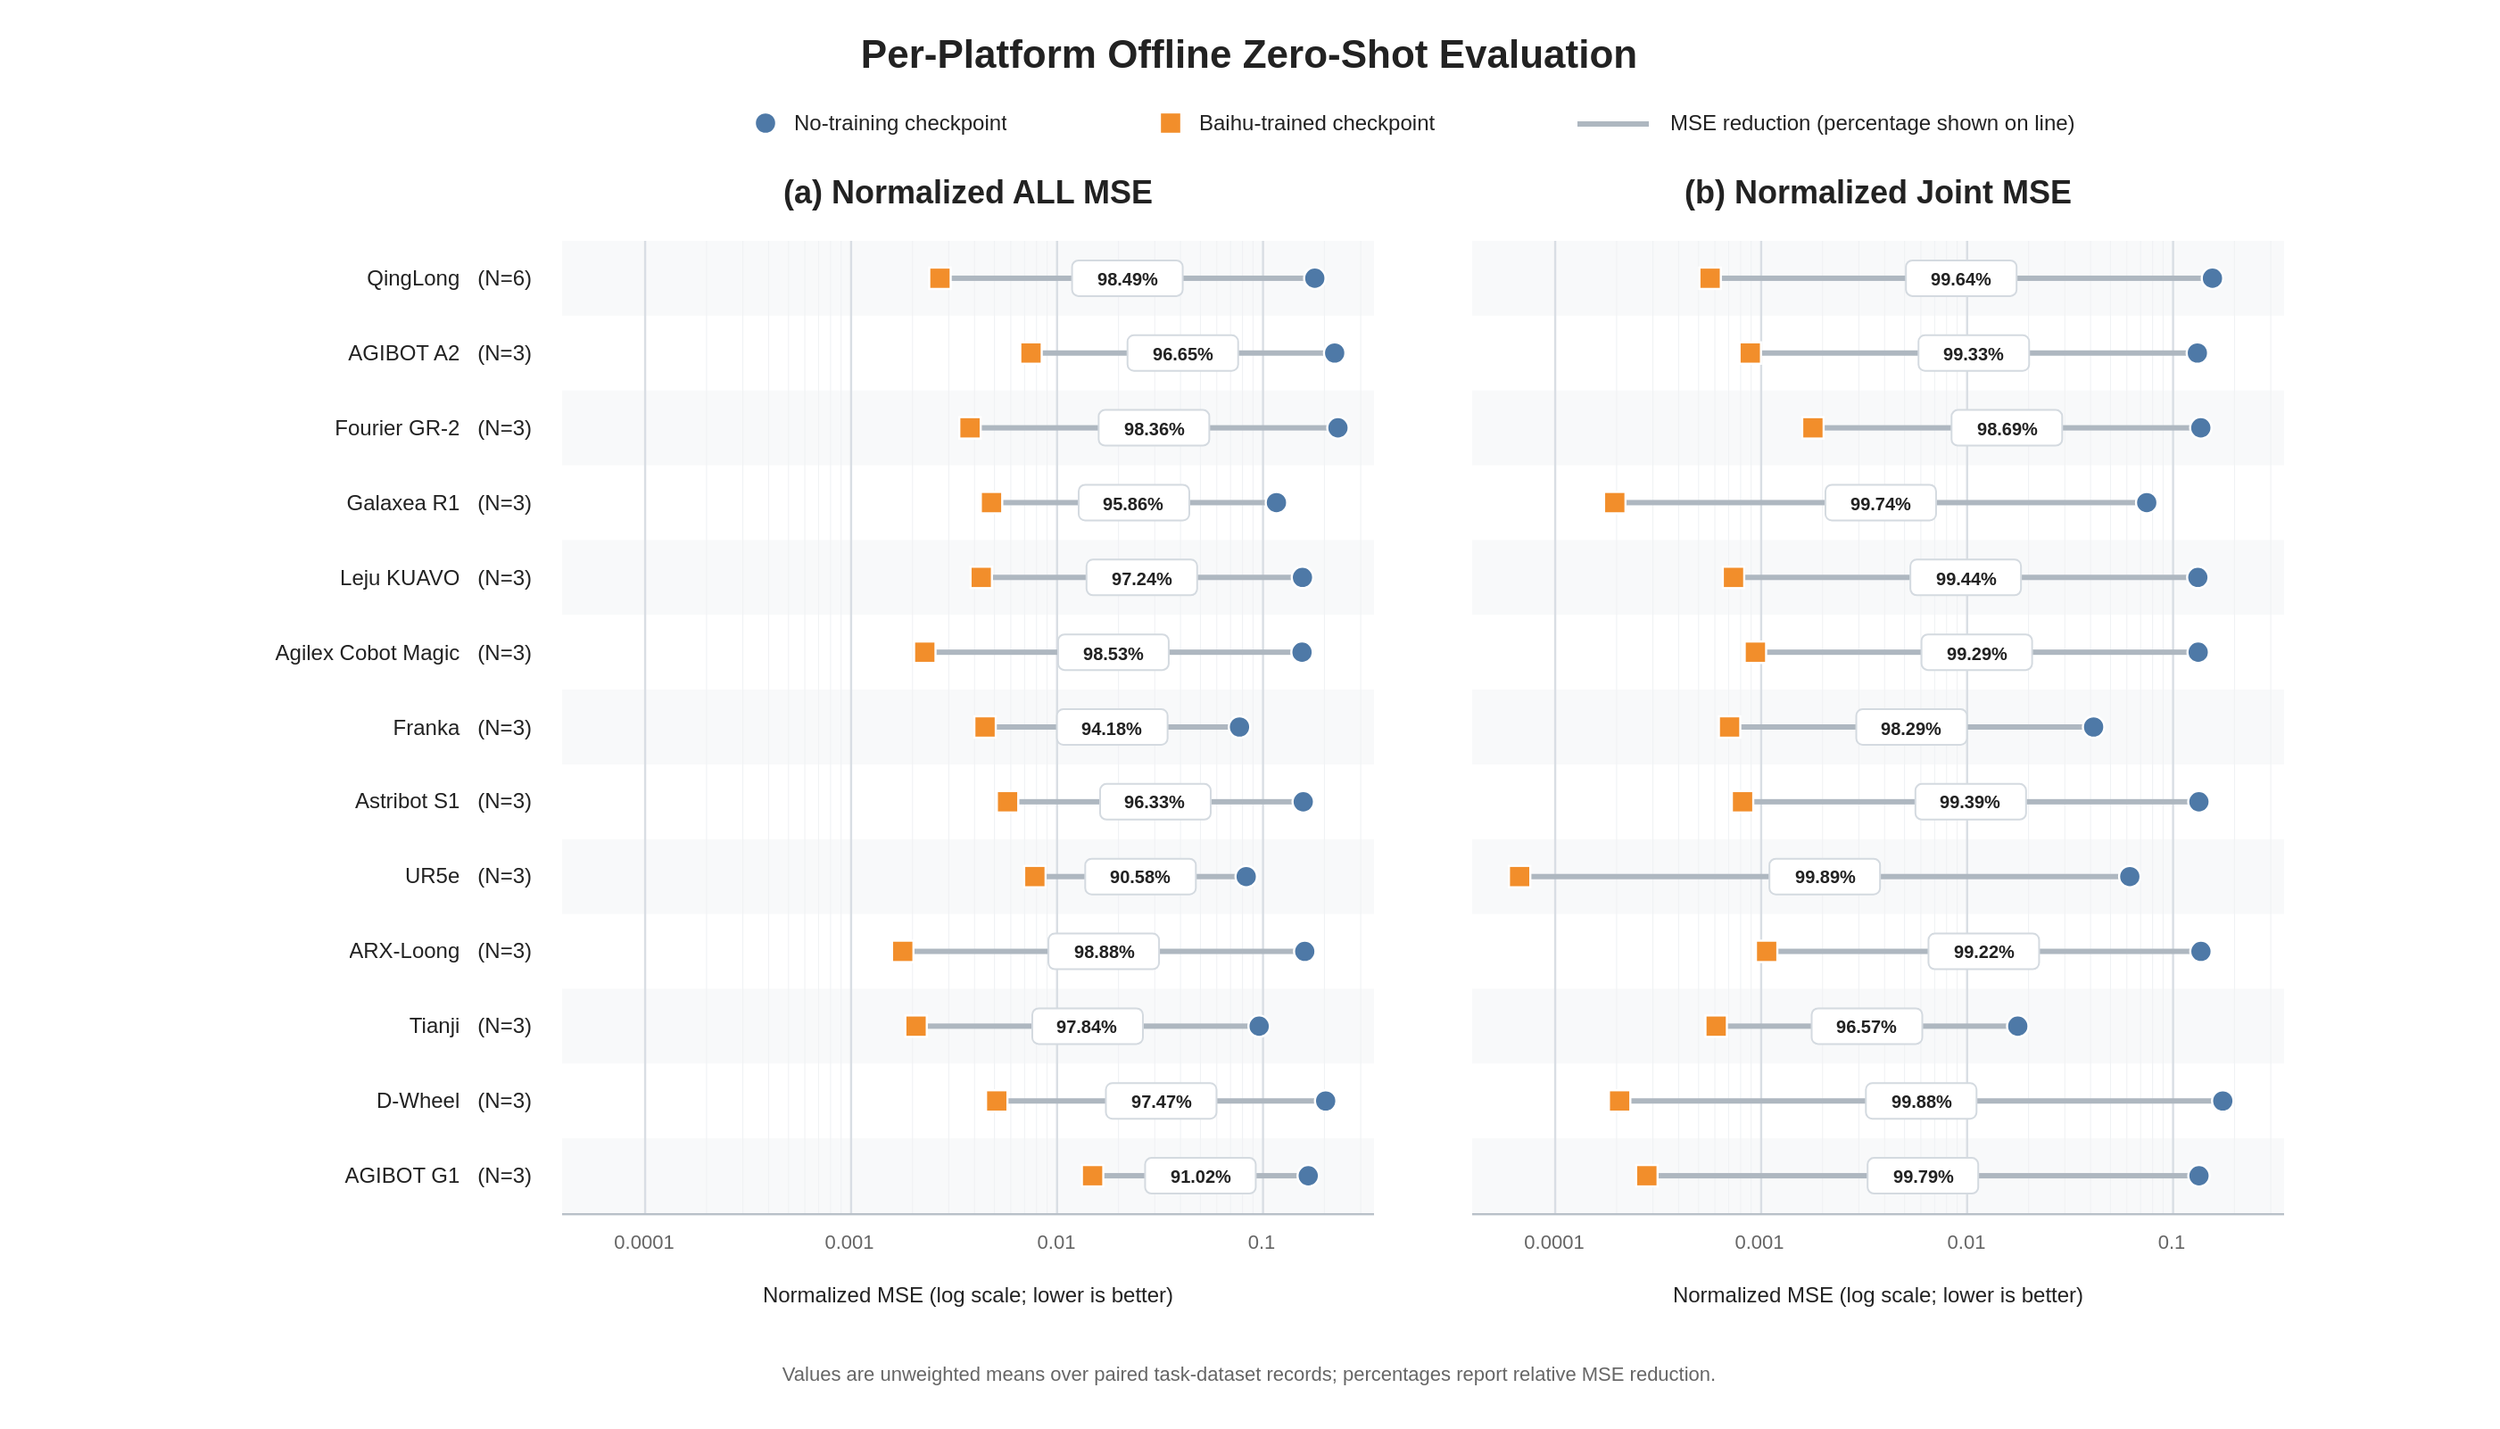
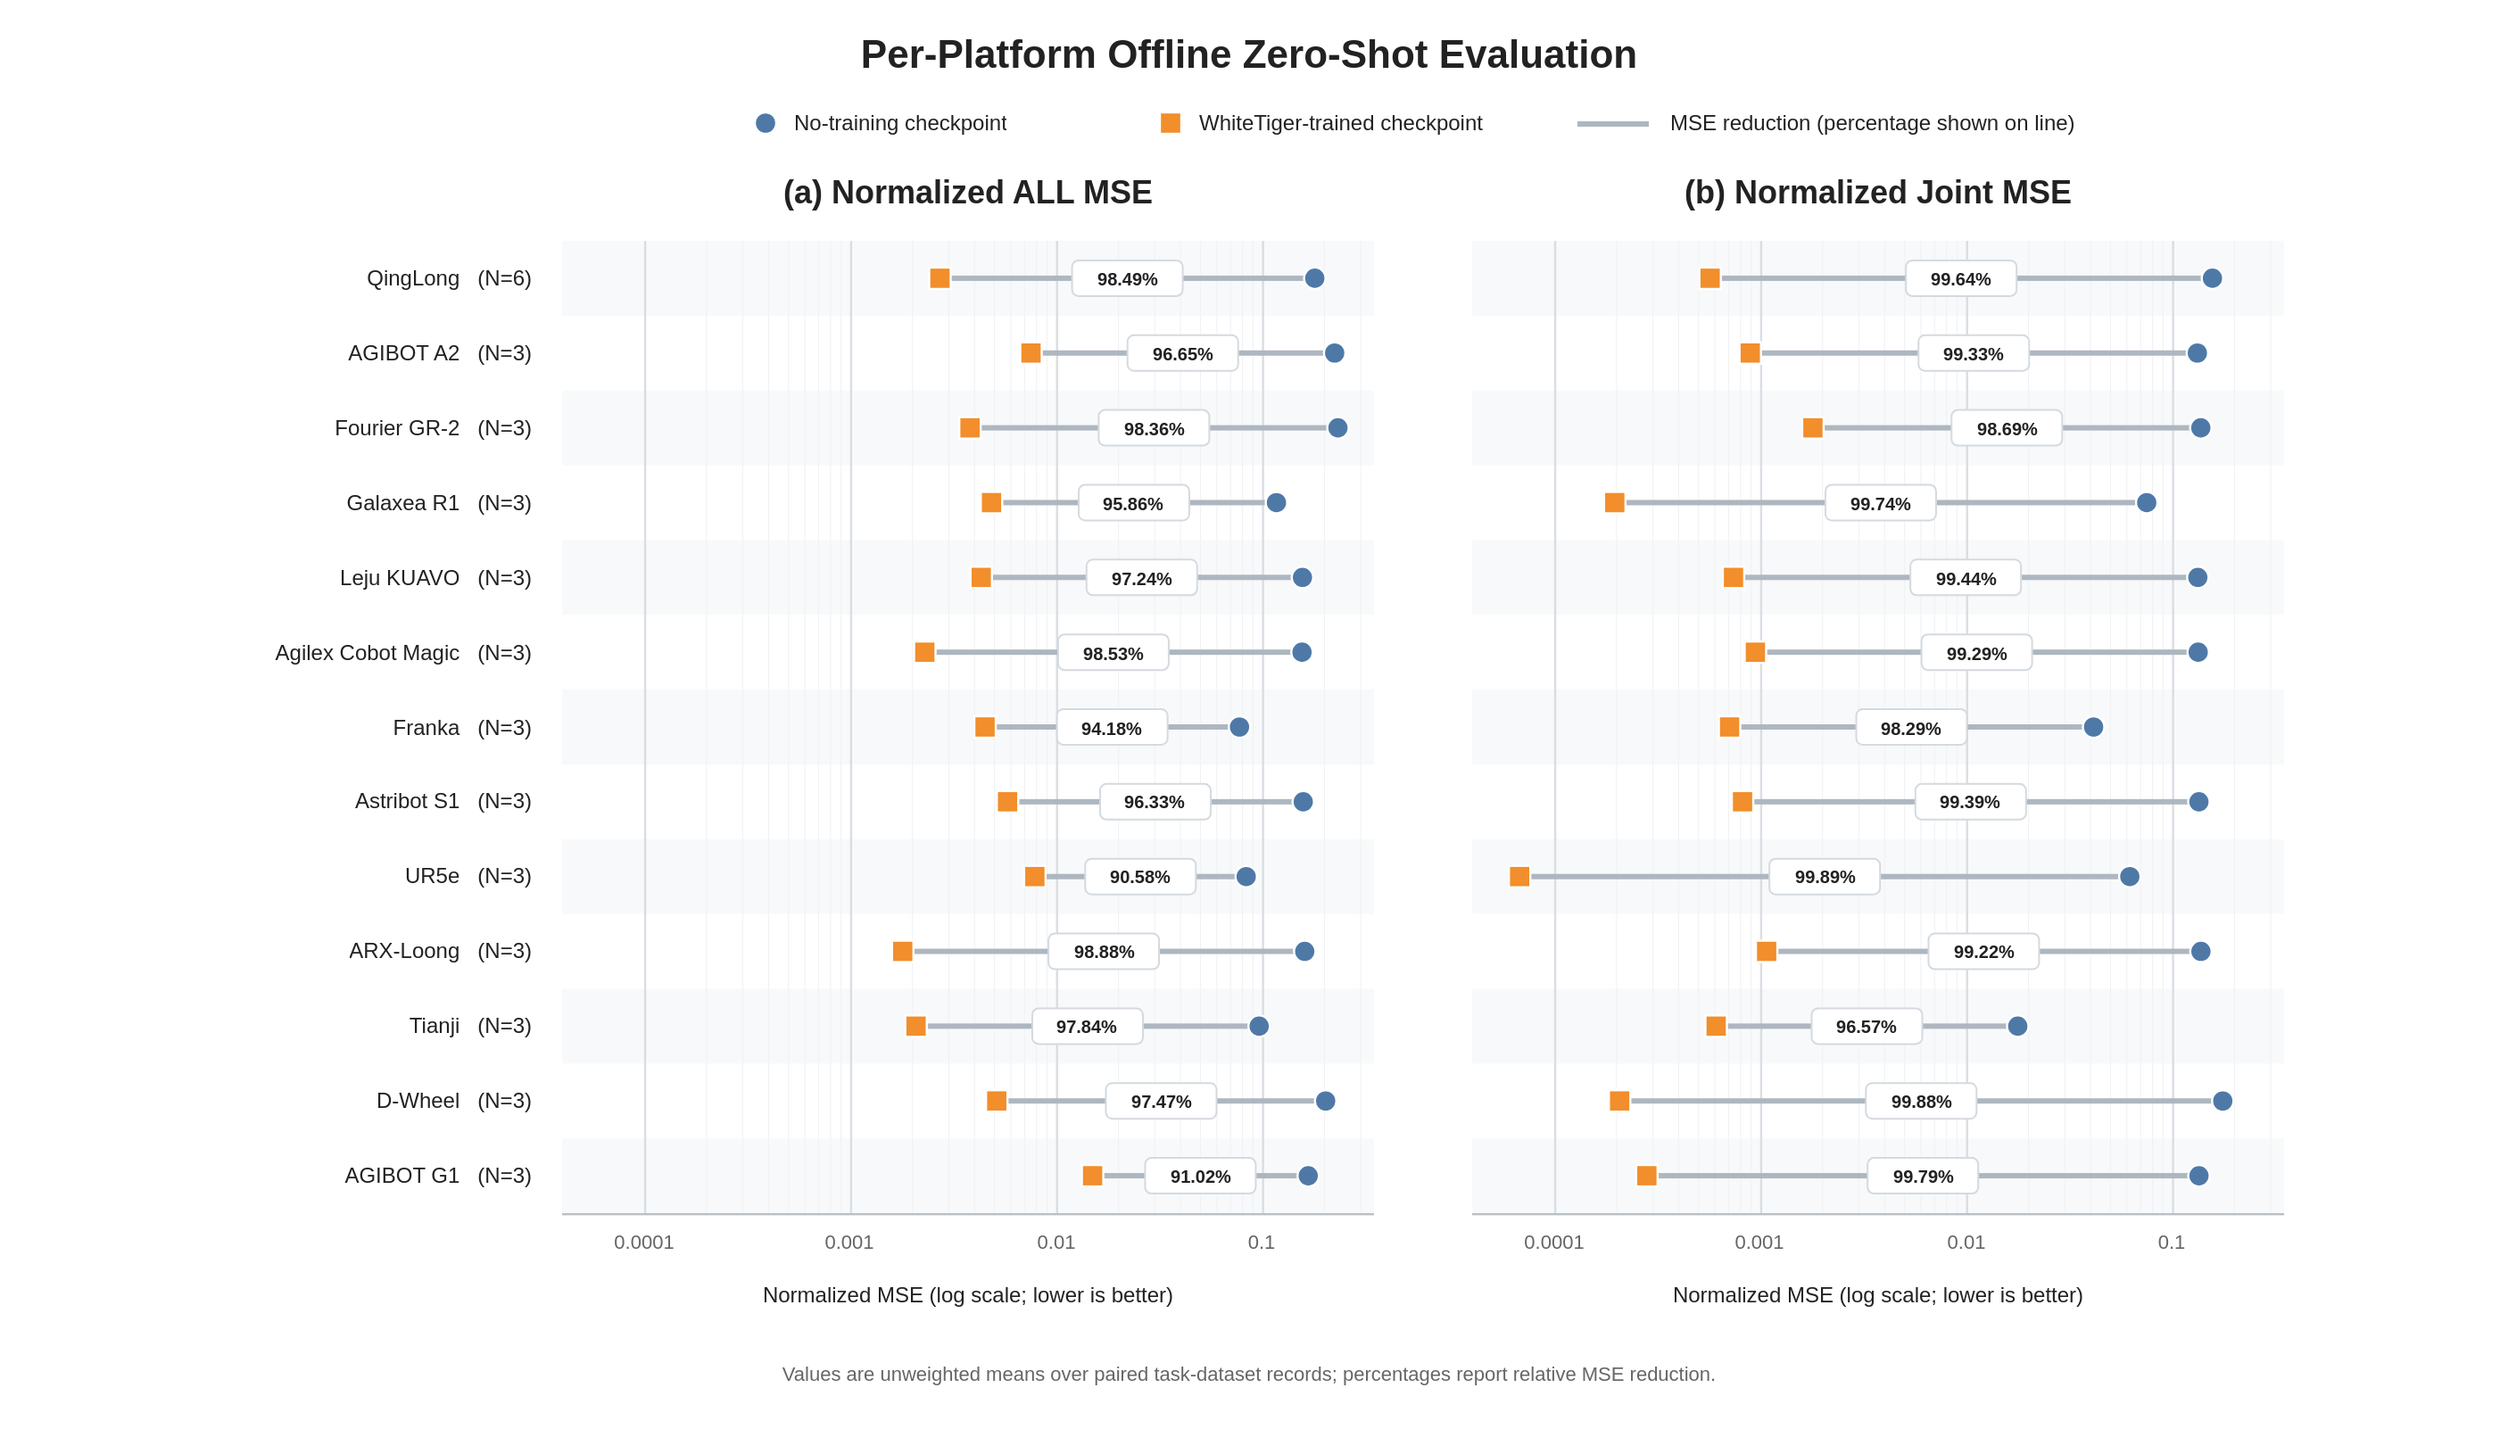
<?xml version='1.0' encoding='utf-8'?>
<mxfile host="app.diagrams.net" modified="2026-06-11T02:05:52+00:00" agent="Codex" version="24.7.17" type="device">
-   <diagram id="baihu-zero-shot-dumbbell" name="Page-1">
+   <diagram id="WhiteTiger-zero-shot-dumbbell" name="Page-1">
    <mxGraphModel dx="1400" dy="800" grid="1" gridSize="10" guides="1" tooltips="1" connect="1" arrows="1" fold="1" page="1" pageScale="1" pageWidth="1400" pageHeight="800" math="0" shadow="0">
      <root>
        <mxCell id="0" />
        <mxCell id="1" parent="0" />
        <mxCell id="2" value="" style="rounded=0;whiteSpace=wrap;html=1;fillColor=#FFFFFF;strokeColor=none;" vertex="1" parent="1">
          <mxGeometry x="0.00" y="0.00" width="1400.00" height="800.00" as="geometry" />
        </mxCell>
        <mxCell id="3" value="Per-Platform Offline Zero-Shot Evaluation" style="text;html=1;whiteSpace=wrap;overflow=hidden;align=center;verticalAlign=middle;fontSize=22;fontColor=#222222;fontFamily=Helvetica;fontStyle=1;strokeColor=none;fillColor=none;spacingLeft=0;spacingRight=0;" vertex="1" parent="1">
          <mxGeometry x="250.00" y="10.00" width="900.00" height="42.00" as="geometry" />
        </mxCell>
        <mxCell id="4" value="" style="ellipse;whiteSpace=wrap;html=1;fillColor=#4E79A7;strokeColor=#FFFFFF;strokeWidth=1.2;" vertex="1" parent="1">
          <mxGeometry x="423.00" y="63.00" width="12.00" height="12.00" as="geometry" />
        </mxCell>
        <mxCell id="5" value="No-training checkpoint" style="text;html=1;whiteSpace=wrap;overflow=hidden;align=left;verticalAlign=middle;fontSize=12;fontColor=#222222;fontFamily=Helvetica;fontStyle=0;strokeColor=none;fillColor=none;spacingLeft=0;spacingRight=0;" vertex="1" parent="1">
          <mxGeometry x="443.00" y="58.00" width="180.00" height="22.00" as="geometry" />
        </mxCell>
        <mxCell id="6" value="" style="rounded=0;whiteSpace=wrap;html=1;fillColor=#F28E2B;strokeColor=#FFFFFF;strokeWidth=1.2;" vertex="1" parent="1">
          <mxGeometry x="650.00" y="63.00" width="12.00" height="12.00" as="geometry" />
        </mxCell>
-         <mxCell id="7" value="Baihu-trained checkpoint" style="text;html=1;whiteSpace=wrap;overflow=hidden;align=left;verticalAlign=middle;fontSize=12;fontColor=#222222;fontFamily=Helvetica;fontStyle=0;strokeColor=none;fillColor=none;spacingLeft=0;spacingRight=0;" vertex="1" parent="1">
+         <mxCell id="7" value="WhiteTiger-trained checkpoint" style="text;html=1;whiteSpace=wrap;overflow=hidden;align=left;verticalAlign=middle;fontSize=12;fontColor=#222222;fontFamily=Helvetica;fontStyle=0;strokeColor=none;fillColor=none;spacingLeft=0;spacingRight=0;" vertex="1" parent="1">
          <mxGeometry x="670.00" y="58.00" width="190.00" height="22.00" as="geometry" />
        </mxCell>
        <mxCell id="8" value="" style="rounded=0;whiteSpace=wrap;html=1;fillColor=#AEB7C0;strokeColor=none;" vertex="1" parent="1">
          <mxGeometry x="884.00" y="68.00" width="40.00" height="3.00" as="geometry" />
        </mxCell>
        <mxCell id="9" value="MSE reduction (percentage shown on line)" style="text;html=1;whiteSpace=wrap;overflow=hidden;align=left;verticalAlign=middle;fontSize=12;fontColor=#222222;fontFamily=Helvetica;fontStyle=0;strokeColor=none;fillColor=none;spacingLeft=0;spacingRight=0;" vertex="1" parent="1">
          <mxGeometry x="934.00" y="58.00" width="310.00" height="22.00" as="geometry" />
        </mxCell>
        <mxCell id="10" value="" style="rounded=0;whiteSpace=wrap;html=1;fillColor=#F8F9FA;strokeColor=none;" vertex="1" parent="1">
          <mxGeometry x="315.00" y="135.00" width="455.00" height="41.92" as="geometry" />
        </mxCell>
        <mxCell id="11" value="" style="rounded=0;whiteSpace=wrap;html=1;fillColor=#F8F9FA;strokeColor=none;" vertex="1" parent="1">
          <mxGeometry x="315.00" y="218.85" width="455.00" height="41.92" as="geometry" />
        </mxCell>
        <mxCell id="12" value="" style="rounded=0;whiteSpace=wrap;html=1;fillColor=#F8F9FA;strokeColor=none;" vertex="1" parent="1">
          <mxGeometry x="315.00" y="302.69" width="455.00" height="41.92" as="geometry" />
        </mxCell>
        <mxCell id="13" value="" style="rounded=0;whiteSpace=wrap;html=1;fillColor=#F8F9FA;strokeColor=none;" vertex="1" parent="1">
          <mxGeometry x="315.00" y="386.54" width="455.00" height="41.92" as="geometry" />
        </mxCell>
        <mxCell id="14" value="" style="rounded=0;whiteSpace=wrap;html=1;fillColor=#F8F9FA;strokeColor=none;" vertex="1" parent="1">
          <mxGeometry x="315.00" y="470.38" width="455.00" height="41.92" as="geometry" />
        </mxCell>
        <mxCell id="15" value="" style="rounded=0;whiteSpace=wrap;html=1;fillColor=#F8F9FA;strokeColor=none;" vertex="1" parent="1">
          <mxGeometry x="315.00" y="554.23" width="455.00" height="41.92" as="geometry" />
        </mxCell>
        <mxCell id="16" value="" style="rounded=0;whiteSpace=wrap;html=1;fillColor=#F8F9FA;strokeColor=none;" vertex="1" parent="1">
          <mxGeometry x="315.00" y="638.08" width="455.00" height="41.92" as="geometry" />
        </mxCell>
        <mxCell id="17" value="" style="rounded=0;whiteSpace=wrap;html=1;fillColor=#D9DEE4;strokeColor=none;" vertex="1" parent="1">
          <mxGeometry x="360.93" y="135.00" width="1.20" height="545.00" as="geometry" />
        </mxCell>
        <mxCell id="18" value="" style="rounded=0;whiteSpace=wrap;html=1;fillColor=#F0F2F4;strokeColor=none;" vertex="1" parent="1">
          <mxGeometry x="395.68" y="135.00" width="0.55" height="545.00" as="geometry" />
        </mxCell>
        <mxCell id="19" value="" style="rounded=0;whiteSpace=wrap;html=1;fillColor=#F0F2F4;strokeColor=none;" vertex="1" parent="1">
          <mxGeometry x="416.00" y="135.00" width="0.55" height="545.00" as="geometry" />
        </mxCell>
        <mxCell id="20" value="" style="rounded=0;whiteSpace=wrap;html=1;fillColor=#F0F2F4;strokeColor=none;" vertex="1" parent="1">
          <mxGeometry x="430.42" y="135.00" width="0.55" height="545.00" as="geometry" />
        </mxCell>
        <mxCell id="21" value="" style="rounded=0;whiteSpace=wrap;html=1;fillColor=#F0F2F4;strokeColor=none;" vertex="1" parent="1">
          <mxGeometry x="441.61" y="135.00" width="0.55" height="545.00" as="geometry" />
        </mxCell>
        <mxCell id="22" value="" style="rounded=0;whiteSpace=wrap;html=1;fillColor=#F0F2F4;strokeColor=none;" vertex="1" parent="1">
          <mxGeometry x="450.75" y="135.00" width="0.55" height="545.00" as="geometry" />
        </mxCell>
        <mxCell id="23" value="" style="rounded=0;whiteSpace=wrap;html=1;fillColor=#F0F2F4;strokeColor=none;" vertex="1" parent="1">
          <mxGeometry x="458.48" y="135.00" width="0.55" height="545.00" as="geometry" />
        </mxCell>
        <mxCell id="24" value="" style="rounded=0;whiteSpace=wrap;html=1;fillColor=#F0F2F4;strokeColor=none;" vertex="1" parent="1">
          <mxGeometry x="465.17" y="135.00" width="0.55" height="545.00" as="geometry" />
        </mxCell>
        <mxCell id="25" value="" style="rounded=0;whiteSpace=wrap;html=1;fillColor=#F0F2F4;strokeColor=none;" vertex="1" parent="1">
          <mxGeometry x="471.07" y="135.00" width="0.55" height="545.00" as="geometry" />
        </mxCell>
        <mxCell id="26" value="" style="rounded=0;whiteSpace=wrap;html=1;fillColor=#D9DEE4;strokeColor=none;" vertex="1" parent="1">
          <mxGeometry x="476.35" y="135.00" width="1.20" height="545.00" as="geometry" />
        </mxCell>
        <mxCell id="27" value="" style="rounded=0;whiteSpace=wrap;html=1;fillColor=#F0F2F4;strokeColor=none;" vertex="1" parent="1">
          <mxGeometry x="511.10" y="135.00" width="0.55" height="545.00" as="geometry" />
        </mxCell>
        <mxCell id="28" value="" style="rounded=0;whiteSpace=wrap;html=1;fillColor=#F0F2F4;strokeColor=none;" vertex="1" parent="1">
          <mxGeometry x="531.43" y="135.00" width="0.55" height="545.00" as="geometry" />
        </mxCell>
        <mxCell id="29" value="" style="rounded=0;whiteSpace=wrap;html=1;fillColor=#F0F2F4;strokeColor=none;" vertex="1" parent="1">
          <mxGeometry x="545.85" y="135.00" width="0.55" height="545.00" as="geometry" />
        </mxCell>
        <mxCell id="30" value="" style="rounded=0;whiteSpace=wrap;html=1;fillColor=#F0F2F4;strokeColor=none;" vertex="1" parent="1">
          <mxGeometry x="557.03" y="135.00" width="0.55" height="545.00" as="geometry" />
        </mxCell>
        <mxCell id="31" value="" style="rounded=0;whiteSpace=wrap;html=1;fillColor=#F0F2F4;strokeColor=none;" vertex="1" parent="1">
          <mxGeometry x="566.17" y="135.00" width="0.55" height="545.00" as="geometry" />
        </mxCell>
        <mxCell id="32" value="" style="rounded=0;whiteSpace=wrap;html=1;fillColor=#F0F2F4;strokeColor=none;" vertex="1" parent="1">
          <mxGeometry x="573.90" y="135.00" width="0.55" height="545.00" as="geometry" />
        </mxCell>
        <mxCell id="33" value="" style="rounded=0;whiteSpace=wrap;html=1;fillColor=#F0F2F4;strokeColor=none;" vertex="1" parent="1">
          <mxGeometry x="580.59" y="135.00" width="0.55" height="545.00" as="geometry" />
        </mxCell>
        <mxCell id="34" value="" style="rounded=0;whiteSpace=wrap;html=1;fillColor=#F0F2F4;strokeColor=none;" vertex="1" parent="1">
          <mxGeometry x="586.50" y="135.00" width="0.55" height="545.00" as="geometry" />
        </mxCell>
        <mxCell id="35" value="" style="rounded=0;whiteSpace=wrap;html=1;fillColor=#D9DEE4;strokeColor=none;" vertex="1" parent="1">
          <mxGeometry x="591.78" y="135.00" width="1.20" height="545.00" as="geometry" />
        </mxCell>
        <mxCell id="36" value="" style="rounded=0;whiteSpace=wrap;html=1;fillColor=#F0F2F4;strokeColor=none;" vertex="1" parent="1">
          <mxGeometry x="626.52" y="135.00" width="0.55" height="545.00" as="geometry" />
        </mxCell>
        <mxCell id="37" value="" style="rounded=0;whiteSpace=wrap;html=1;fillColor=#F0F2F4;strokeColor=none;" vertex="1" parent="1">
          <mxGeometry x="646.85" y="135.00" width="0.55" height="545.00" as="geometry" />
        </mxCell>
        <mxCell id="38" value="" style="rounded=0;whiteSpace=wrap;html=1;fillColor=#F0F2F4;strokeColor=none;" vertex="1" parent="1">
          <mxGeometry x="661.27" y="135.00" width="0.55" height="545.00" as="geometry" />
        </mxCell>
        <mxCell id="39" value="" style="rounded=0;whiteSpace=wrap;html=1;fillColor=#F0F2F4;strokeColor=none;" vertex="1" parent="1">
          <mxGeometry x="672.46" y="135.00" width="0.55" height="545.00" as="geometry" />
        </mxCell>
        <mxCell id="40" value="" style="rounded=0;whiteSpace=wrap;html=1;fillColor=#F0F2F4;strokeColor=none;" vertex="1" parent="1">
          <mxGeometry x="681.60" y="135.00" width="0.55" height="545.00" as="geometry" />
        </mxCell>
        <mxCell id="41" value="" style="rounded=0;whiteSpace=wrap;html=1;fillColor=#F0F2F4;strokeColor=none;" vertex="1" parent="1">
          <mxGeometry x="689.32" y="135.00" width="0.55" height="545.00" as="geometry" />
        </mxCell>
        <mxCell id="42" value="" style="rounded=0;whiteSpace=wrap;html=1;fillColor=#F0F2F4;strokeColor=none;" vertex="1" parent="1">
          <mxGeometry x="696.02" y="135.00" width="0.55" height="545.00" as="geometry" />
        </mxCell>
        <mxCell id="43" value="" style="rounded=0;whiteSpace=wrap;html=1;fillColor=#F0F2F4;strokeColor=none;" vertex="1" parent="1">
          <mxGeometry x="701.92" y="135.00" width="0.55" height="545.00" as="geometry" />
        </mxCell>
        <mxCell id="44" value="" style="rounded=0;whiteSpace=wrap;html=1;fillColor=#D9DEE4;strokeColor=none;" vertex="1" parent="1">
          <mxGeometry x="707.20" y="135.00" width="1.20" height="545.00" as="geometry" />
        </mxCell>
        <mxCell id="45" value="" style="rounded=0;whiteSpace=wrap;html=1;fillColor=#F0F2F4;strokeColor=none;" vertex="1" parent="1">
          <mxGeometry x="741.95" y="135.00" width="0.55" height="545.00" as="geometry" />
        </mxCell>
        <mxCell id="46" value="" style="rounded=0;whiteSpace=wrap;html=1;fillColor=#F0F2F4;strokeColor=none;" vertex="1" parent="1">
          <mxGeometry x="762.27" y="135.00" width="0.55" height="545.00" as="geometry" />
        </mxCell>
        <mxCell id="47" value="" style="rounded=0;whiteSpace=wrap;html=1;fillColor=#B8C0C8;strokeColor=none;" vertex="1" parent="1">
          <mxGeometry x="315.00" y="680.00" width="455.00" height="1.20" as="geometry" />
        </mxCell>
        <mxCell id="48" value="0.0001" style="text;html=1;whiteSpace=wrap;overflow=hidden;align=center;verticalAlign=middle;fontSize=11;fontColor=#666666;fontFamily=Helvetica;fontStyle=0;strokeColor=none;fillColor=none;spacingLeft=0;spacingRight=0;" vertex="1" parent="1">
          <mxGeometry x="329.93" y="685.00" width="62.00" height="22.00" as="geometry" />
        </mxCell>
        <mxCell id="49" value="0.001" style="text;html=1;whiteSpace=wrap;overflow=hidden;align=center;verticalAlign=middle;fontSize=11;fontColor=#666666;fontFamily=Helvetica;fontStyle=0;strokeColor=none;fillColor=none;spacingLeft=0;spacingRight=0;" vertex="1" parent="1">
          <mxGeometry x="445.35" y="685.00" width="62.00" height="22.00" as="geometry" />
        </mxCell>
        <mxCell id="50" value="0.01" style="text;html=1;whiteSpace=wrap;overflow=hidden;align=center;verticalAlign=middle;fontSize=11;fontColor=#666666;fontFamily=Helvetica;fontStyle=0;strokeColor=none;fillColor=none;spacingLeft=0;spacingRight=0;" vertex="1" parent="1">
          <mxGeometry x="560.78" y="685.00" width="62.00" height="22.00" as="geometry" />
        </mxCell>
        <mxCell id="51" value="0.1" style="text;html=1;whiteSpace=wrap;overflow=hidden;align=center;verticalAlign=middle;fontSize=11;fontColor=#666666;fontFamily=Helvetica;fontStyle=0;strokeColor=none;fillColor=none;spacingLeft=0;spacingRight=0;" vertex="1" parent="1">
          <mxGeometry x="676.20" y="685.00" width="62.00" height="22.00" as="geometry" />
        </mxCell>
        <mxCell id="52" value="(a) Normalized ALL MSE" style="text;html=1;whiteSpace=wrap;overflow=hidden;align=center;verticalAlign=middle;fontSize=18;fontColor=#222222;fontFamily=Helvetica;fontStyle=1;strokeColor=none;fillColor=none;spacingLeft=0;spacingRight=0;" vertex="1" parent="1">
          <mxGeometry x="315.00" y="91.00" width="455.00" height="34.00" as="geometry" />
        </mxCell>
        <mxCell id="53" value="" style="rounded=0;whiteSpace=wrap;html=1;fillColor=#AEB7C0;strokeColor=none;" vertex="1" parent="1">
          <mxGeometry x="526.75" y="154.46" width="210.06" height="3.00" as="geometry" />
        </mxCell>
        <mxCell id="54" value="" style="ellipse;whiteSpace=wrap;html=1;fillColor=#4E79A7;strokeColor=#FFFFFF;strokeWidth=1.2;" vertex="1" parent="1" tooltip="No-training checkpoint: 0.180542">
          <mxGeometry x="730.82" y="149.96" width="12.00" height="12.00" as="geometry" />
        </mxCell>
-         <mxCell id="55" value="" style="rounded=0;whiteSpace=wrap;html=1;fillColor=#F28E2B;strokeColor=#FFFFFF;strokeWidth=1.2;" vertex="1" parent="1" tooltip="Baihu-trained checkpoint: 0.002733">
+         <mxCell id="55" value="" style="rounded=0;whiteSpace=wrap;html=1;fillColor=#F28E2B;strokeColor=#FFFFFF;strokeWidth=1.2;" vertex="1" parent="1" tooltip="WhiteTiger-trained checkpoint: 0.002733">
          <mxGeometry x="520.75" y="149.96" width="12.00" height="12.00" as="geometry" />
        </mxCell>
        <mxCell id="56" value="&lt;b&gt;98.49%&lt;/b&gt;" style="rounded=1;arcSize=18;whiteSpace=wrap;html=1;fillColor=#FFFFFF;strokeColor=#D4DAE0;strokeWidth=1;align=center;verticalAlign=middle;fontSize=10;fontColor=#222222;fontFamily=Helvetica;" vertex="1" parent="1" tooltip="Relative MSE reduction: 98.49%">
          <mxGeometry x="600.79" y="145.96" width="62.00" height="20.00" as="geometry" />
        </mxCell>
        <mxCell id="57" value="QingLong&amp;nbsp;&amp;nbsp; (N=6)" style="text;html=1;whiteSpace=wrap;overflow=hidden;align=right;verticalAlign=middle;fontSize=12;fontColor=#222222;fontFamily=Helvetica;fontStyle=0;strokeColor=none;fillColor=none;spacingLeft=0;spacingRight=0;" vertex="1" parent="1">
          <mxGeometry x="24.00" y="142.96" width="276.00" height="26.00" as="geometry" />
        </mxCell>
        <mxCell id="58" value="" style="rounded=0;whiteSpace=wrap;html=1;fillColor=#AEB7C0;strokeColor=none;" vertex="1" parent="1">
          <mxGeometry x="577.77" y="196.38" width="170.18" height="3.00" as="geometry" />
        </mxCell>
        <mxCell id="59" value="" style="ellipse;whiteSpace=wrap;html=1;fillColor=#4E79A7;strokeColor=#FFFFFF;strokeWidth=1.2;" vertex="1" parent="1" tooltip="No-training checkpoint: 0.225461">
          <mxGeometry x="741.95" y="191.88" width="12.00" height="12.00" as="geometry" />
        </mxCell>
-         <mxCell id="60" value="" style="rounded=0;whiteSpace=wrap;html=1;fillColor=#F28E2B;strokeColor=#FFFFFF;strokeWidth=1.2;" vertex="1" parent="1" tooltip="Baihu-trained checkpoint: 0.007562">
+         <mxCell id="60" value="" style="rounded=0;whiteSpace=wrap;html=1;fillColor=#F28E2B;strokeColor=#FFFFFF;strokeWidth=1.2;" vertex="1" parent="1" tooltip="WhiteTiger-trained checkpoint: 0.007562">
          <mxGeometry x="571.77" y="191.88" width="12.00" height="12.00" as="geometry" />
        </mxCell>
        <mxCell id="61" value="&lt;b&gt;96.65%&lt;/b&gt;" style="rounded=1;arcSize=18;whiteSpace=wrap;html=1;fillColor=#FFFFFF;strokeColor=#D4DAE0;strokeWidth=1;align=center;verticalAlign=middle;fontSize=10;fontColor=#222222;fontFamily=Helvetica;" vertex="1" parent="1" tooltip="Relative MSE reduction: 96.65%">
          <mxGeometry x="631.86" y="187.88" width="62.00" height="20.00" as="geometry" />
        </mxCell>
        <mxCell id="62" value="AGIBOT A2&amp;nbsp;&amp;nbsp; (N=3)" style="text;html=1;whiteSpace=wrap;overflow=hidden;align=right;verticalAlign=middle;fontSize=12;fontColor=#222222;fontFamily=Helvetica;fontStyle=0;strokeColor=none;fillColor=none;spacingLeft=0;spacingRight=0;" vertex="1" parent="1">
          <mxGeometry x="24.00" y="184.88" width="276.00" height="26.00" as="geometry" />
        </mxCell>
        <mxCell id="63" value="" style="rounded=0;whiteSpace=wrap;html=1;fillColor=#AEB7C0;strokeColor=none;" vertex="1" parent="1">
          <mxGeometry x="543.59" y="238.31" width="206.20" height="3.00" as="geometry" />
        </mxCell>
        <mxCell id="64" value="" style="ellipse;whiteSpace=wrap;html=1;fillColor=#4E79A7;strokeColor=#FFFFFF;strokeWidth=1.2;" vertex="1" parent="1" tooltip="No-training checkpoint: 0.233863">
          <mxGeometry x="743.79" y="233.81" width="12.00" height="12.00" as="geometry" />
        </mxCell>
-         <mxCell id="65" value="" style="rounded=0;whiteSpace=wrap;html=1;fillColor=#F28E2B;strokeColor=#FFFFFF;strokeWidth=1.2;" vertex="1" parent="1" tooltip="Baihu-trained checkpoint: 0.003824">
+         <mxCell id="65" value="" style="rounded=0;whiteSpace=wrap;html=1;fillColor=#F28E2B;strokeColor=#FFFFFF;strokeWidth=1.2;" vertex="1" parent="1" tooltip="WhiteTiger-trained checkpoint: 0.003824">
          <mxGeometry x="537.59" y="233.81" width="12.00" height="12.00" as="geometry" />
        </mxCell>
        <mxCell id="66" value="&lt;b&gt;98.36%&lt;/b&gt;" style="rounded=1;arcSize=18;whiteSpace=wrap;html=1;fillColor=#FFFFFF;strokeColor=#D4DAE0;strokeWidth=1;align=center;verticalAlign=middle;fontSize=10;fontColor=#222222;fontFamily=Helvetica;" vertex="1" parent="1" tooltip="Relative MSE reduction: 98.36%">
          <mxGeometry x="615.69" y="229.81" width="62.00" height="20.00" as="geometry" />
        </mxCell>
        <mxCell id="67" value="Fourier GR-2&amp;nbsp;&amp;nbsp; (N=3)" style="text;html=1;whiteSpace=wrap;overflow=hidden;align=right;verticalAlign=middle;fontSize=12;fontColor=#222222;fontFamily=Helvetica;fontStyle=0;strokeColor=none;fillColor=none;spacingLeft=0;spacingRight=0;" vertex="1" parent="1">
          <mxGeometry x="24.00" y="226.81" width="276.00" height="26.00" as="geometry" />
        </mxCell>
        <mxCell id="68" value="" style="rounded=0;whiteSpace=wrap;html=1;fillColor=#AEB7C0;strokeColor=none;" vertex="1" parent="1">
          <mxGeometry x="555.65" y="280.23" width="159.67" height="3.00" as="geometry" />
        </mxCell>
        <mxCell id="69" value="" style="ellipse;whiteSpace=wrap;html=1;fillColor=#4E79A7;strokeColor=#FFFFFF;strokeWidth=1.2;" vertex="1" parent="1" tooltip="No-training checkpoint: 0.117581">
          <mxGeometry x="709.32" y="275.73" width="12.00" height="12.00" as="geometry" />
        </mxCell>
-         <mxCell id="70" value="" style="rounded=0;whiteSpace=wrap;html=1;fillColor=#F28E2B;strokeColor=#FFFFFF;strokeWidth=1.2;" vertex="1" parent="1" tooltip="Baihu-trained checkpoint: 0.004864">
+         <mxCell id="70" value="" style="rounded=0;whiteSpace=wrap;html=1;fillColor=#F28E2B;strokeColor=#FFFFFF;strokeWidth=1.2;" vertex="1" parent="1" tooltip="WhiteTiger-trained checkpoint: 0.004864">
          <mxGeometry x="549.65" y="275.73" width="12.00" height="12.00" as="geometry" />
        </mxCell>
        <mxCell id="71" value="&lt;b&gt;95.86%&lt;/b&gt;" style="rounded=1;arcSize=18;whiteSpace=wrap;html=1;fillColor=#FFFFFF;strokeColor=#D4DAE0;strokeWidth=1;align=center;verticalAlign=middle;fontSize=10;fontColor=#222222;fontFamily=Helvetica;" vertex="1" parent="1" tooltip="Relative MSE reduction: 95.86%">
          <mxGeometry x="604.49" y="271.73" width="62.00" height="20.00" as="geometry" />
        </mxCell>
        <mxCell id="72" value="Galaxea R1&amp;nbsp;&amp;nbsp; (N=3)" style="text;html=1;whiteSpace=wrap;overflow=hidden;align=right;verticalAlign=middle;fontSize=12;fontColor=#222222;fontFamily=Helvetica;fontStyle=0;strokeColor=none;fillColor=none;spacingLeft=0;spacingRight=0;" vertex="1" parent="1">
          <mxGeometry x="24.00" y="268.73" width="276.00" height="26.00" as="geometry" />
        </mxCell>
        <mxCell id="73" value="" style="rounded=0;whiteSpace=wrap;html=1;fillColor=#AEB7C0;strokeColor=none;" vertex="1" parent="1">
          <mxGeometry x="549.88" y="322.15" width="180.02" height="3.00" as="geometry" />
        </mxCell>
        <mxCell id="74" value="" style="ellipse;whiteSpace=wrap;html=1;fillColor=#4E79A7;strokeColor=#FFFFFF;strokeWidth=1.2;" vertex="1" parent="1" tooltip="No-training checkpoint: 0.157261">
          <mxGeometry x="723.90" y="317.65" width="12.00" height="12.00" as="geometry" />
        </mxCell>
-         <mxCell id="75" value="" style="rounded=0;whiteSpace=wrap;html=1;fillColor=#F28E2B;strokeColor=#FFFFFF;strokeWidth=1.2;" vertex="1" parent="1" tooltip="Baihu-trained checkpoint: 0.004335">
+         <mxCell id="75" value="" style="rounded=0;whiteSpace=wrap;html=1;fillColor=#F28E2B;strokeColor=#FFFFFF;strokeWidth=1.2;" vertex="1" parent="1" tooltip="WhiteTiger-trained checkpoint: 0.004335">
          <mxGeometry x="543.88" y="317.65" width="12.00" height="12.00" as="geometry" />
        </mxCell>
        <mxCell id="76" value="&lt;b&gt;97.24%&lt;/b&gt;" style="rounded=1;arcSize=18;whiteSpace=wrap;html=1;fillColor=#FFFFFF;strokeColor=#D4DAE0;strokeWidth=1;align=center;verticalAlign=middle;fontSize=10;fontColor=#222222;fontFamily=Helvetica;" vertex="1" parent="1" tooltip="Relative MSE reduction: 97.24%">
          <mxGeometry x="608.89" y="313.65" width="62.00" height="20.00" as="geometry" />
        </mxCell>
        <mxCell id="77" value="Leju KUAVO&amp;nbsp;&amp;nbsp; (N=3)" style="text;html=1;whiteSpace=wrap;overflow=hidden;align=right;verticalAlign=middle;fontSize=12;fontColor=#222222;fontFamily=Helvetica;fontStyle=0;strokeColor=none;fillColor=none;spacingLeft=0;spacingRight=0;" vertex="1" parent="1">
          <mxGeometry x="24.00" y="310.65" width="276.00" height="26.00" as="geometry" />
        </mxCell>
        <mxCell id="78" value="" style="rounded=0;whiteSpace=wrap;html=1;fillColor=#AEB7C0;strokeColor=none;" vertex="1" parent="1">
          <mxGeometry x="518.26" y="364.08" width="211.41" height="3.00" as="geometry" />
        </mxCell>
        <mxCell id="79" value="" style="ellipse;whiteSpace=wrap;html=1;fillColor=#4E79A7;strokeColor=#FFFFFF;strokeWidth=1.2;" vertex="1" parent="1" tooltip="No-training checkpoint: 0.156535">
          <mxGeometry x="723.66" y="359.58" width="12.00" height="12.00" as="geometry" />
        </mxCell>
-         <mxCell id="80" value="" style="rounded=0;whiteSpace=wrap;html=1;fillColor=#F28E2B;strokeColor=#FFFFFF;strokeWidth=1.2;" vertex="1" parent="1" tooltip="Baihu-trained checkpoint: 0.002307">
+         <mxCell id="80" value="" style="rounded=0;whiteSpace=wrap;html=1;fillColor=#F28E2B;strokeColor=#FFFFFF;strokeWidth=1.2;" vertex="1" parent="1" tooltip="WhiteTiger-trained checkpoint: 0.002307">
          <mxGeometry x="512.26" y="359.58" width="12.00" height="12.00" as="geometry" />
        </mxCell>
        <mxCell id="81" value="&lt;b&gt;98.53%&lt;/b&gt;" style="rounded=1;arcSize=18;whiteSpace=wrap;html=1;fillColor=#FFFFFF;strokeColor=#D4DAE0;strokeWidth=1;align=center;verticalAlign=middle;fontSize=10;fontColor=#222222;fontFamily=Helvetica;" vertex="1" parent="1" tooltip="Relative MSE reduction: 98.53%">
          <mxGeometry x="592.96" y="355.58" width="62.00" height="20.00" as="geometry" />
        </mxCell>
        <mxCell id="82" value="Agilex Cobot Magic&amp;nbsp;&amp;nbsp; (N=3)" style="text;html=1;whiteSpace=wrap;overflow=hidden;align=right;verticalAlign=middle;fontSize=12;fontColor=#222222;fontFamily=Helvetica;fontStyle=0;strokeColor=none;fillColor=none;spacingLeft=0;spacingRight=0;" vertex="1" parent="1">
          <mxGeometry x="24.00" y="352.58" width="276.00" height="26.00" as="geometry" />
        </mxCell>
        <mxCell id="83" value="" style="rounded=0;whiteSpace=wrap;html=1;fillColor=#AEB7C0;strokeColor=none;" vertex="1" parent="1">
          <mxGeometry x="552.03" y="406.00" width="142.59" height="3.00" as="geometry" />
        </mxCell>
        <mxCell id="84" value="" style="ellipse;whiteSpace=wrap;html=1;fillColor=#4E79A7;strokeColor=#FFFFFF;strokeWidth=1.2;" vertex="1" parent="1" tooltip="No-training checkpoint: 0.077804">
          <mxGeometry x="688.62" y="401.50" width="12.00" height="12.00" as="geometry" />
        </mxCell>
-         <mxCell id="85" value="" style="rounded=0;whiteSpace=wrap;html=1;fillColor=#F28E2B;strokeColor=#FFFFFF;strokeWidth=1.2;" vertex="1" parent="1" tooltip="Baihu-trained checkpoint: 0.004525">
+         <mxCell id="85" value="" style="rounded=0;whiteSpace=wrap;html=1;fillColor=#F28E2B;strokeColor=#FFFFFF;strokeWidth=1.2;" vertex="1" parent="1" tooltip="WhiteTiger-trained checkpoint: 0.004525">
          <mxGeometry x="546.03" y="401.50" width="12.00" height="12.00" as="geometry" />
        </mxCell>
        <mxCell id="86" value="&lt;b&gt;94.18%&lt;/b&gt;" style="rounded=1;arcSize=18;whiteSpace=wrap;html=1;fillColor=#FFFFFF;strokeColor=#D4DAE0;strokeWidth=1;align=center;verticalAlign=middle;fontSize=10;fontColor=#222222;fontFamily=Helvetica;" vertex="1" parent="1" tooltip="Relative MSE reduction: 94.18%">
          <mxGeometry x="592.32" y="397.50" width="62.00" height="20.00" as="geometry" />
        </mxCell>
        <mxCell id="87" value="Franka&amp;nbsp;&amp;nbsp; (N=3)" style="text;html=1;whiteSpace=wrap;overflow=hidden;align=right;verticalAlign=middle;fontSize=12;fontColor=#222222;fontFamily=Helvetica;fontStyle=0;strokeColor=none;fillColor=none;spacingLeft=0;spacingRight=0;" vertex="1" parent="1">
          <mxGeometry x="24.00" y="394.50" width="276.00" height="26.00" as="geometry" />
        </mxCell>
        <mxCell id="88" value="" style="rounded=0;whiteSpace=wrap;html=1;fillColor=#AEB7C0;strokeColor=none;" vertex="1" parent="1">
          <mxGeometry x="564.64" y="447.92" width="165.71" height="3.00" as="geometry" />
        </mxCell>
        <mxCell id="89" value="" style="ellipse;whiteSpace=wrap;html=1;fillColor=#4E79A7;strokeColor=#FFFFFF;strokeWidth=1.2;" vertex="1" parent="1" tooltip="No-training checkpoint: 0.158673">
          <mxGeometry x="724.34" y="443.42" width="12.00" height="12.00" as="geometry" />
        </mxCell>
-         <mxCell id="90" value="" style="rounded=0;whiteSpace=wrap;html=1;fillColor=#F28E2B;strokeColor=#FFFFFF;strokeWidth=1.2;" vertex="1" parent="1" tooltip="Baihu-trained checkpoint: 0.005819">
+         <mxCell id="90" value="" style="rounded=0;whiteSpace=wrap;html=1;fillColor=#F28E2B;strokeColor=#FFFFFF;strokeWidth=1.2;" vertex="1" parent="1" tooltip="WhiteTiger-trained checkpoint: 0.005819">
          <mxGeometry x="558.64" y="443.42" width="12.00" height="12.00" as="geometry" />
        </mxCell>
        <mxCell id="91" value="&lt;b&gt;96.33%&lt;/b&gt;" style="rounded=1;arcSize=18;whiteSpace=wrap;html=1;fillColor=#FFFFFF;strokeColor=#D4DAE0;strokeWidth=1;align=center;verticalAlign=middle;fontSize=10;fontColor=#222222;fontFamily=Helvetica;" vertex="1" parent="1" tooltip="Relative MSE reduction: 96.33%">
          <mxGeometry x="616.49" y="439.42" width="62.00" height="20.00" as="geometry" />
        </mxCell>
        <mxCell id="92" value="Astribot S1&amp;nbsp;&amp;nbsp; (N=3)" style="text;html=1;whiteSpace=wrap;overflow=hidden;align=right;verticalAlign=middle;fontSize=12;fontColor=#222222;fontFamily=Helvetica;fontStyle=0;strokeColor=none;fillColor=none;spacingLeft=0;spacingRight=0;" vertex="1" parent="1">
          <mxGeometry x="24.00" y="436.42" width="276.00" height="26.00" as="geometry" />
        </mxCell>
        <mxCell id="93" value="" style="rounded=0;whiteSpace=wrap;html=1;fillColor=#AEB7C0;strokeColor=none;" vertex="1" parent="1">
          <mxGeometry x="579.94" y="489.85" width="118.43" height="3.00" as="geometry" />
        </mxCell>
        <mxCell id="94" value="" style="ellipse;whiteSpace=wrap;html=1;fillColor=#4E79A7;strokeColor=#FFFFFF;strokeWidth=1.2;" vertex="1" parent="1" tooltip="No-training checkpoint: 0.083854">
          <mxGeometry x="692.37" y="485.35" width="12.00" height="12.00" as="geometry" />
        </mxCell>
-         <mxCell id="95" value="" style="rounded=0;whiteSpace=wrap;html=1;fillColor=#F28E2B;strokeColor=#FFFFFF;strokeWidth=1.2;" vertex="1" parent="1" tooltip="Baihu-trained checkpoint: 0.007897">
+         <mxCell id="95" value="" style="rounded=0;whiteSpace=wrap;html=1;fillColor=#F28E2B;strokeColor=#FFFFFF;strokeWidth=1.2;" vertex="1" parent="1" tooltip="WhiteTiger-trained checkpoint: 0.007897">
          <mxGeometry x="573.94" y="485.35" width="12.00" height="12.00" as="geometry" />
        </mxCell>
        <mxCell id="96" value="&lt;b&gt;90.58%&lt;/b&gt;" style="rounded=1;arcSize=18;whiteSpace=wrap;html=1;fillColor=#FFFFFF;strokeColor=#D4DAE0;strokeWidth=1;align=center;verticalAlign=middle;fontSize=10;fontColor=#222222;fontFamily=Helvetica;" vertex="1" parent="1" tooltip="Relative MSE reduction: 90.58%">
          <mxGeometry x="608.16" y="481.35" width="62.00" height="20.00" as="geometry" />
        </mxCell>
        <mxCell id="97" value="UR5e&amp;nbsp;&amp;nbsp; (N=3)" style="text;html=1;whiteSpace=wrap;overflow=hidden;align=right;verticalAlign=middle;fontSize=12;fontColor=#222222;fontFamily=Helvetica;fontStyle=0;strokeColor=none;fillColor=none;spacingLeft=0;spacingRight=0;" vertex="1" parent="1">
          <mxGeometry x="24.00" y="478.35" width="276.00" height="26.00" as="geometry" />
        </mxCell>
        <mxCell id="98" value="" style="rounded=0;whiteSpace=wrap;html=1;fillColor=#AEB7C0;strokeColor=none;" vertex="1" parent="1">
          <mxGeometry x="505.90" y="531.77" width="225.27" height="3.00" as="geometry" />
        </mxCell>
        <mxCell id="99" value="" style="ellipse;whiteSpace=wrap;html=1;fillColor=#4E79A7;strokeColor=#FFFFFF;strokeWidth=1.2;" vertex="1" parent="1" tooltip="No-training checkpoint: 0.161330">
          <mxGeometry x="725.18" y="527.27" width="12.00" height="12.00" as="geometry" />
        </mxCell>
-         <mxCell id="100" value="" style="rounded=0;whiteSpace=wrap;html=1;fillColor=#F28E2B;strokeColor=#FFFFFF;strokeWidth=1.2;" vertex="1" parent="1" tooltip="Baihu-trained checkpoint: 0.001803">
+         <mxCell id="100" value="" style="rounded=0;whiteSpace=wrap;html=1;fillColor=#F28E2B;strokeColor=#FFFFFF;strokeWidth=1.2;" vertex="1" parent="1" tooltip="WhiteTiger-trained checkpoint: 0.001803">
          <mxGeometry x="499.90" y="527.27" width="12.00" height="12.00" as="geometry" />
        </mxCell>
        <mxCell id="101" value="&lt;b&gt;98.88%&lt;/b&gt;" style="rounded=1;arcSize=18;whiteSpace=wrap;html=1;fillColor=#FFFFFF;strokeColor=#D4DAE0;strokeWidth=1;align=center;verticalAlign=middle;fontSize=10;fontColor=#222222;fontFamily=Helvetica;" vertex="1" parent="1" tooltip="Relative MSE reduction: 98.88%">
          <mxGeometry x="587.54" y="523.27" width="62.00" height="20.00" as="geometry" />
        </mxCell>
        <mxCell id="102" value="ARX-Loong&amp;nbsp;&amp;nbsp; (N=3)" style="text;html=1;whiteSpace=wrap;overflow=hidden;align=right;verticalAlign=middle;fontSize=12;fontColor=#222222;fontFamily=Helvetica;fontStyle=0;strokeColor=none;fillColor=none;spacingLeft=0;spacingRight=0;" vertex="1" parent="1">
          <mxGeometry x="24.00" y="520.27" width="276.00" height="26.00" as="geometry" />
        </mxCell>
        <mxCell id="103" value="" style="rounded=0;whiteSpace=wrap;html=1;fillColor=#AEB7C0;strokeColor=none;" vertex="1" parent="1">
          <mxGeometry x="513.36" y="573.69" width="192.28" height="3.00" as="geometry" />
        </mxCell>
        <mxCell id="104" value="" style="ellipse;whiteSpace=wrap;html=1;fillColor=#4E79A7;strokeColor=#FFFFFF;strokeWidth=1.2;" vertex="1" parent="1" tooltip="No-training checkpoint: 0.096915">
          <mxGeometry x="699.63" y="569.19" width="12.00" height="12.00" as="geometry" />
        </mxCell>
-         <mxCell id="105" value="" style="rounded=0;whiteSpace=wrap;html=1;fillColor=#F28E2B;strokeColor=#FFFFFF;strokeWidth=1.2;" vertex="1" parent="1" tooltip="Baihu-trained checkpoint: 0.002092">
+         <mxCell id="105" value="" style="rounded=0;whiteSpace=wrap;html=1;fillColor=#F28E2B;strokeColor=#FFFFFF;strokeWidth=1.2;" vertex="1" parent="1" tooltip="WhiteTiger-trained checkpoint: 0.002092">
          <mxGeometry x="507.36" y="569.19" width="12.00" height="12.00" as="geometry" />
        </mxCell>
        <mxCell id="106" value="&lt;b&gt;97.84%&lt;/b&gt;" style="rounded=1;arcSize=18;whiteSpace=wrap;html=1;fillColor=#FFFFFF;strokeColor=#D4DAE0;strokeWidth=1;align=center;verticalAlign=middle;fontSize=10;fontColor=#222222;fontFamily=Helvetica;" vertex="1" parent="1" tooltip="Relative MSE reduction: 97.84%">
          <mxGeometry x="578.49" y="565.19" width="62.00" height="20.00" as="geometry" />
        </mxCell>
        <mxCell id="107" value="Tianji&amp;nbsp;&amp;nbsp; (N=3)" style="text;html=1;whiteSpace=wrap;overflow=hidden;align=right;verticalAlign=middle;fontSize=12;fontColor=#222222;fontFamily=Helvetica;fontStyle=0;strokeColor=none;fillColor=none;spacingLeft=0;spacingRight=0;" vertex="1" parent="1">
          <mxGeometry x="24.00" y="562.19" width="276.00" height="26.00" as="geometry" />
        </mxCell>
        <mxCell id="108" value="" style="rounded=0;whiteSpace=wrap;html=1;fillColor=#AEB7C0;strokeColor=none;" vertex="1" parent="1">
          <mxGeometry x="558.58" y="615.62" width="184.32" height="3.00" as="geometry" />
        </mxCell>
        <mxCell id="109" value="" style="ellipse;whiteSpace=wrap;html=1;fillColor=#4E79A7;strokeColor=#FFFFFF;strokeWidth=1.2;" vertex="1" parent="1" tooltip="No-training checkpoint: 0.203833">
          <mxGeometry x="736.90" y="611.12" width="12.00" height="12.00" as="geometry" />
        </mxCell>
-         <mxCell id="110" value="" style="rounded=0;whiteSpace=wrap;html=1;fillColor=#F28E2B;strokeColor=#FFFFFF;strokeWidth=1.2;" vertex="1" parent="1" tooltip="Baihu-trained checkpoint: 0.005157">
+         <mxCell id="110" value="" style="rounded=0;whiteSpace=wrap;html=1;fillColor=#F28E2B;strokeColor=#FFFFFF;strokeWidth=1.2;" vertex="1" parent="1" tooltip="WhiteTiger-trained checkpoint: 0.005157">
          <mxGeometry x="552.58" y="611.12" width="12.00" height="12.00" as="geometry" />
        </mxCell>
        <mxCell id="111" value="&lt;b&gt;97.47%&lt;/b&gt;" style="rounded=1;arcSize=18;whiteSpace=wrap;html=1;fillColor=#FFFFFF;strokeColor=#D4DAE0;strokeWidth=1;align=center;verticalAlign=middle;fontSize=10;fontColor=#222222;fontFamily=Helvetica;" vertex="1" parent="1" tooltip="Relative MSE reduction: 97.47%">
          <mxGeometry x="619.74" y="607.12" width="62.00" height="20.00" as="geometry" />
        </mxCell>
        <mxCell id="112" value="D-Wheel&amp;nbsp;&amp;nbsp; (N=3)" style="text;html=1;whiteSpace=wrap;overflow=hidden;align=right;verticalAlign=middle;fontSize=12;fontColor=#222222;fontFamily=Helvetica;fontStyle=0;strokeColor=none;fillColor=none;spacingLeft=0;spacingRight=0;" vertex="1" parent="1">
          <mxGeometry x="24.00" y="604.12" width="276.00" height="26.00" as="geometry" />
        </mxCell>
        <mxCell id="113" value="" style="rounded=0;whiteSpace=wrap;html=1;fillColor=#AEB7C0;strokeColor=none;" vertex="1" parent="1">
          <mxGeometry x="612.29" y="657.54" width="120.85" height="3.00" as="geometry" />
        </mxCell>
        <mxCell id="114" value="" style="ellipse;whiteSpace=wrap;html=1;fillColor=#4E79A7;strokeColor=#FFFFFF;strokeWidth=1.2;" vertex="1" parent="1" tooltip="No-training checkpoint: 0.167769">
          <mxGeometry x="727.14" y="653.04" width="12.00" height="12.00" as="geometry" />
        </mxCell>
-         <mxCell id="115" value="" style="rounded=0;whiteSpace=wrap;html=1;fillColor=#F28E2B;strokeColor=#FFFFFF;strokeWidth=1.2;" vertex="1" parent="1" tooltip="Baihu-trained checkpoint: 0.015057">
+         <mxCell id="115" value="" style="rounded=0;whiteSpace=wrap;html=1;fillColor=#F28E2B;strokeColor=#FFFFFF;strokeWidth=1.2;" vertex="1" parent="1" tooltip="WhiteTiger-trained checkpoint: 0.015057">
          <mxGeometry x="606.29" y="653.04" width="12.00" height="12.00" as="geometry" />
        </mxCell>
        <mxCell id="116" value="&lt;b&gt;91.02%&lt;/b&gt;" style="rounded=1;arcSize=18;whiteSpace=wrap;html=1;fillColor=#FFFFFF;strokeColor=#D4DAE0;strokeWidth=1;align=center;verticalAlign=middle;fontSize=10;fontColor=#222222;fontFamily=Helvetica;" vertex="1" parent="1" tooltip="Relative MSE reduction: 91.02%">
          <mxGeometry x="641.72" y="649.04" width="62.00" height="20.00" as="geometry" />
        </mxCell>
        <mxCell id="117" value="AGIBOT G1&amp;nbsp;&amp;nbsp; (N=3)" style="text;html=1;whiteSpace=wrap;overflow=hidden;align=right;verticalAlign=middle;fontSize=12;fontColor=#222222;fontFamily=Helvetica;fontStyle=0;strokeColor=none;fillColor=none;spacingLeft=0;spacingRight=0;" vertex="1" parent="1">
          <mxGeometry x="24.00" y="646.04" width="276.00" height="26.00" as="geometry" />
        </mxCell>
        <mxCell id="118" value="Normalized MSE (log scale; lower is better)" style="text;html=1;whiteSpace=wrap;overflow=hidden;align=center;verticalAlign=middle;fontSize=12;fontColor=#222222;fontFamily=Helvetica;fontStyle=0;strokeColor=none;fillColor=none;spacingLeft=0;spacingRight=0;" vertex="1" parent="1">
          <mxGeometry x="315.00" y="712.00" width="455.00" height="28.00" as="geometry" />
        </mxCell>
        <mxCell id="119" value="" style="rounded=0;whiteSpace=wrap;html=1;fillColor=#F8F9FA;strokeColor=none;" vertex="1" parent="1">
          <mxGeometry x="825.00" y="135.00" width="455.00" height="41.92" as="geometry" />
        </mxCell>
        <mxCell id="120" value="" style="rounded=0;whiteSpace=wrap;html=1;fillColor=#F8F9FA;strokeColor=none;" vertex="1" parent="1">
          <mxGeometry x="825.00" y="218.85" width="455.00" height="41.92" as="geometry" />
        </mxCell>
        <mxCell id="121" value="" style="rounded=0;whiteSpace=wrap;html=1;fillColor=#F8F9FA;strokeColor=none;" vertex="1" parent="1">
          <mxGeometry x="825.00" y="302.69" width="455.00" height="41.92" as="geometry" />
        </mxCell>
        <mxCell id="122" value="" style="rounded=0;whiteSpace=wrap;html=1;fillColor=#F8F9FA;strokeColor=none;" vertex="1" parent="1">
          <mxGeometry x="825.00" y="386.54" width="455.00" height="41.92" as="geometry" />
        </mxCell>
        <mxCell id="123" value="" style="rounded=0;whiteSpace=wrap;html=1;fillColor=#F8F9FA;strokeColor=none;" vertex="1" parent="1">
          <mxGeometry x="825.00" y="470.38" width="455.00" height="41.92" as="geometry" />
        </mxCell>
        <mxCell id="124" value="" style="rounded=0;whiteSpace=wrap;html=1;fillColor=#F8F9FA;strokeColor=none;" vertex="1" parent="1">
          <mxGeometry x="825.00" y="554.23" width="455.00" height="41.92" as="geometry" />
        </mxCell>
        <mxCell id="125" value="" style="rounded=0;whiteSpace=wrap;html=1;fillColor=#F8F9FA;strokeColor=none;" vertex="1" parent="1">
          <mxGeometry x="825.00" y="638.08" width="455.00" height="41.92" as="geometry" />
        </mxCell>
        <mxCell id="126" value="" style="rounded=0;whiteSpace=wrap;html=1;fillColor=#D9DEE4;strokeColor=none;" vertex="1" parent="1">
          <mxGeometry x="870.93" y="135.00" width="1.20" height="545.00" as="geometry" />
        </mxCell>
        <mxCell id="127" value="" style="rounded=0;whiteSpace=wrap;html=1;fillColor=#F0F2F4;strokeColor=none;" vertex="1" parent="1">
          <mxGeometry x="905.68" y="135.00" width="0.55" height="545.00" as="geometry" />
        </mxCell>
        <mxCell id="128" value="" style="rounded=0;whiteSpace=wrap;html=1;fillColor=#F0F2F4;strokeColor=none;" vertex="1" parent="1">
          <mxGeometry x="926.00" y="135.00" width="0.55" height="545.00" as="geometry" />
        </mxCell>
        <mxCell id="129" value="" style="rounded=0;whiteSpace=wrap;html=1;fillColor=#F0F2F4;strokeColor=none;" vertex="1" parent="1">
          <mxGeometry x="940.42" y="135.00" width="0.55" height="545.00" as="geometry" />
        </mxCell>
        <mxCell id="130" value="" style="rounded=0;whiteSpace=wrap;html=1;fillColor=#F0F2F4;strokeColor=none;" vertex="1" parent="1">
          <mxGeometry x="951.61" y="135.00" width="0.55" height="545.00" as="geometry" />
        </mxCell>
        <mxCell id="131" value="" style="rounded=0;whiteSpace=wrap;html=1;fillColor=#F0F2F4;strokeColor=none;" vertex="1" parent="1">
          <mxGeometry x="960.75" y="135.00" width="0.55" height="545.00" as="geometry" />
        </mxCell>
        <mxCell id="132" value="" style="rounded=0;whiteSpace=wrap;html=1;fillColor=#F0F2F4;strokeColor=none;" vertex="1" parent="1">
          <mxGeometry x="968.48" y="135.00" width="0.55" height="545.00" as="geometry" />
        </mxCell>
        <mxCell id="133" value="" style="rounded=0;whiteSpace=wrap;html=1;fillColor=#F0F2F4;strokeColor=none;" vertex="1" parent="1">
          <mxGeometry x="975.17" y="135.00" width="0.55" height="545.00" as="geometry" />
        </mxCell>
        <mxCell id="134" value="" style="rounded=0;whiteSpace=wrap;html=1;fillColor=#F0F2F4;strokeColor=none;" vertex="1" parent="1">
          <mxGeometry x="981.07" y="135.00" width="0.55" height="545.00" as="geometry" />
        </mxCell>
        <mxCell id="135" value="" style="rounded=0;whiteSpace=wrap;html=1;fillColor=#D9DEE4;strokeColor=none;" vertex="1" parent="1">
          <mxGeometry x="986.35" y="135.00" width="1.20" height="545.00" as="geometry" />
        </mxCell>
        <mxCell id="136" value="" style="rounded=0;whiteSpace=wrap;html=1;fillColor=#F0F2F4;strokeColor=none;" vertex="1" parent="1">
          <mxGeometry x="1021.10" y="135.00" width="0.55" height="545.00" as="geometry" />
        </mxCell>
        <mxCell id="137" value="" style="rounded=0;whiteSpace=wrap;html=1;fillColor=#F0F2F4;strokeColor=none;" vertex="1" parent="1">
          <mxGeometry x="1041.43" y="135.00" width="0.55" height="545.00" as="geometry" />
        </mxCell>
        <mxCell id="138" value="" style="rounded=0;whiteSpace=wrap;html=1;fillColor=#F0F2F4;strokeColor=none;" vertex="1" parent="1">
          <mxGeometry x="1055.85" y="135.00" width="0.55" height="545.00" as="geometry" />
        </mxCell>
        <mxCell id="139" value="" style="rounded=0;whiteSpace=wrap;html=1;fillColor=#F0F2F4;strokeColor=none;" vertex="1" parent="1">
          <mxGeometry x="1067.03" y="135.00" width="0.55" height="545.00" as="geometry" />
        </mxCell>
        <mxCell id="140" value="" style="rounded=0;whiteSpace=wrap;html=1;fillColor=#F0F2F4;strokeColor=none;" vertex="1" parent="1">
          <mxGeometry x="1076.17" y="135.00" width="0.55" height="545.00" as="geometry" />
        </mxCell>
        <mxCell id="141" value="" style="rounded=0;whiteSpace=wrap;html=1;fillColor=#F0F2F4;strokeColor=none;" vertex="1" parent="1">
          <mxGeometry x="1083.90" y="135.00" width="0.55" height="545.00" as="geometry" />
        </mxCell>
        <mxCell id="142" value="" style="rounded=0;whiteSpace=wrap;html=1;fillColor=#F0F2F4;strokeColor=none;" vertex="1" parent="1">
          <mxGeometry x="1090.59" y="135.00" width="0.55" height="545.00" as="geometry" />
        </mxCell>
        <mxCell id="143" value="" style="rounded=0;whiteSpace=wrap;html=1;fillColor=#F0F2F4;strokeColor=none;" vertex="1" parent="1">
          <mxGeometry x="1096.50" y="135.00" width="0.55" height="545.00" as="geometry" />
        </mxCell>
        <mxCell id="144" value="" style="rounded=0;whiteSpace=wrap;html=1;fillColor=#D9DEE4;strokeColor=none;" vertex="1" parent="1">
          <mxGeometry x="1101.78" y="135.00" width="1.20" height="545.00" as="geometry" />
        </mxCell>
        <mxCell id="145" value="" style="rounded=0;whiteSpace=wrap;html=1;fillColor=#F0F2F4;strokeColor=none;" vertex="1" parent="1">
          <mxGeometry x="1136.52" y="135.00" width="0.55" height="545.00" as="geometry" />
        </mxCell>
        <mxCell id="146" value="" style="rounded=0;whiteSpace=wrap;html=1;fillColor=#F0F2F4;strokeColor=none;" vertex="1" parent="1">
          <mxGeometry x="1156.85" y="135.00" width="0.55" height="545.00" as="geometry" />
        </mxCell>
        <mxCell id="147" value="" style="rounded=0;whiteSpace=wrap;html=1;fillColor=#F0F2F4;strokeColor=none;" vertex="1" parent="1">
          <mxGeometry x="1171.27" y="135.00" width="0.55" height="545.00" as="geometry" />
        </mxCell>
        <mxCell id="148" value="" style="rounded=0;whiteSpace=wrap;html=1;fillColor=#F0F2F4;strokeColor=none;" vertex="1" parent="1">
          <mxGeometry x="1182.46" y="135.00" width="0.55" height="545.00" as="geometry" />
        </mxCell>
        <mxCell id="149" value="" style="rounded=0;whiteSpace=wrap;html=1;fillColor=#F0F2F4;strokeColor=none;" vertex="1" parent="1">
          <mxGeometry x="1191.60" y="135.00" width="0.55" height="545.00" as="geometry" />
        </mxCell>
        <mxCell id="150" value="" style="rounded=0;whiteSpace=wrap;html=1;fillColor=#F0F2F4;strokeColor=none;" vertex="1" parent="1">
          <mxGeometry x="1199.32" y="135.00" width="0.55" height="545.00" as="geometry" />
        </mxCell>
        <mxCell id="151" value="" style="rounded=0;whiteSpace=wrap;html=1;fillColor=#F0F2F4;strokeColor=none;" vertex="1" parent="1">
          <mxGeometry x="1206.02" y="135.00" width="0.55" height="545.00" as="geometry" />
        </mxCell>
        <mxCell id="152" value="" style="rounded=0;whiteSpace=wrap;html=1;fillColor=#F0F2F4;strokeColor=none;" vertex="1" parent="1">
          <mxGeometry x="1211.92" y="135.00" width="0.55" height="545.00" as="geometry" />
        </mxCell>
        <mxCell id="153" value="" style="rounded=0;whiteSpace=wrap;html=1;fillColor=#D9DEE4;strokeColor=none;" vertex="1" parent="1">
          <mxGeometry x="1217.20" y="135.00" width="1.20" height="545.00" as="geometry" />
        </mxCell>
        <mxCell id="154" value="" style="rounded=0;whiteSpace=wrap;html=1;fillColor=#F0F2F4;strokeColor=none;" vertex="1" parent="1">
          <mxGeometry x="1251.95" y="135.00" width="0.55" height="545.00" as="geometry" />
        </mxCell>
        <mxCell id="155" value="" style="rounded=0;whiteSpace=wrap;html=1;fillColor=#F0F2F4;strokeColor=none;" vertex="1" parent="1">
          <mxGeometry x="1272.27" y="135.00" width="0.55" height="545.00" as="geometry" />
        </mxCell>
        <mxCell id="156" value="" style="rounded=0;whiteSpace=wrap;html=1;fillColor=#B8C0C8;strokeColor=none;" vertex="1" parent="1">
          <mxGeometry x="825.00" y="680.00" width="455.00" height="1.20" as="geometry" />
        </mxCell>
        <mxCell id="157" value="0.0001" style="text;html=1;whiteSpace=wrap;overflow=hidden;align=center;verticalAlign=middle;fontSize=11;fontColor=#666666;fontFamily=Helvetica;fontStyle=0;strokeColor=none;fillColor=none;spacingLeft=0;spacingRight=0;" vertex="1" parent="1">
          <mxGeometry x="839.93" y="685.00" width="62.00" height="22.00" as="geometry" />
        </mxCell>
        <mxCell id="158" value="0.001" style="text;html=1;whiteSpace=wrap;overflow=hidden;align=center;verticalAlign=middle;fontSize=11;fontColor=#666666;fontFamily=Helvetica;fontStyle=0;strokeColor=none;fillColor=none;spacingLeft=0;spacingRight=0;" vertex="1" parent="1">
          <mxGeometry x="955.35" y="685.00" width="62.00" height="22.00" as="geometry" />
        </mxCell>
        <mxCell id="159" value="0.01" style="text;html=1;whiteSpace=wrap;overflow=hidden;align=center;verticalAlign=middle;fontSize=11;fontColor=#666666;fontFamily=Helvetica;fontStyle=0;strokeColor=none;fillColor=none;spacingLeft=0;spacingRight=0;" vertex="1" parent="1">
          <mxGeometry x="1070.78" y="685.00" width="62.00" height="22.00" as="geometry" />
        </mxCell>
        <mxCell id="160" value="0.1" style="text;html=1;whiteSpace=wrap;overflow=hidden;align=center;verticalAlign=middle;fontSize=11;fontColor=#666666;fontFamily=Helvetica;fontStyle=0;strokeColor=none;fillColor=none;spacingLeft=0;spacingRight=0;" vertex="1" parent="1">
          <mxGeometry x="1186.20" y="685.00" width="62.00" height="22.00" as="geometry" />
        </mxCell>
        <mxCell id="161" value="(b) Normalized Joint MSE" style="text;html=1;whiteSpace=wrap;overflow=hidden;align=center;verticalAlign=middle;fontSize=18;fontColor=#222222;fontFamily=Helvetica;fontStyle=1;strokeColor=none;fillColor=none;spacingLeft=0;spacingRight=0;" vertex="1" parent="1">
          <mxGeometry x="825.00" y="91.00" width="455.00" height="34.00" as="geometry" />
        </mxCell>
        <mxCell id="162" value="" style="rounded=0;whiteSpace=wrap;html=1;fillColor=#AEB7C0;strokeColor=none;" vertex="1" parent="1">
          <mxGeometry x="958.35" y="154.46" width="281.50" height="3.00" as="geometry" />
        </mxCell>
        <mxCell id="163" value="" style="ellipse;whiteSpace=wrap;html=1;fillColor=#4E79A7;strokeColor=#FFFFFF;strokeWidth=1.2;" vertex="1" parent="1" tooltip="No-training checkpoint: 0.157132">
          <mxGeometry x="1233.86" y="149.96" width="12.00" height="12.00" as="geometry" />
        </mxCell>
-         <mxCell id="164" value="" style="rounded=0;whiteSpace=wrap;html=1;fillColor=#F28E2B;strokeColor=#FFFFFF;strokeWidth=1.2;" vertex="1" parent="1" tooltip="Baihu-trained checkpoint: 0.000572">
+         <mxCell id="164" value="" style="rounded=0;whiteSpace=wrap;html=1;fillColor=#F28E2B;strokeColor=#FFFFFF;strokeWidth=1.2;" vertex="1" parent="1" tooltip="WhiteTiger-trained checkpoint: 0.000572">
          <mxGeometry x="952.35" y="149.96" width="12.00" height="12.00" as="geometry" />
        </mxCell>
        <mxCell id="165" value="&lt;b&gt;99.64%&lt;/b&gt;" style="rounded=1;arcSize=18;whiteSpace=wrap;html=1;fillColor=#FFFFFF;strokeColor=#D4DAE0;strokeWidth=1;align=center;verticalAlign=middle;fontSize=10;fontColor=#222222;fontFamily=Helvetica;" vertex="1" parent="1" tooltip="Relative MSE reduction: 99.64%">
          <mxGeometry x="1068.10" y="145.96" width="62.00" height="20.00" as="geometry" />
        </mxCell>
        <mxCell id="166" value="" style="rounded=0;whiteSpace=wrap;html=1;fillColor=#AEB7C0;strokeColor=none;" vertex="1" parent="1">
          <mxGeometry x="980.85" y="196.38" width="250.56" height="3.00" as="geometry" />
        </mxCell>
        <mxCell id="167" value="" style="ellipse;whiteSpace=wrap;html=1;fillColor=#4E79A7;strokeColor=#FFFFFF;strokeWidth=1.2;" vertex="1" parent="1" tooltip="No-training checkpoint: 0.132757">
          <mxGeometry x="1225.41" y="191.88" width="12.00" height="12.00" as="geometry" />
        </mxCell>
-         <mxCell id="168" value="" style="rounded=0;whiteSpace=wrap;html=1;fillColor=#F28E2B;strokeColor=#FFFFFF;strokeWidth=1.2;" vertex="1" parent="1" tooltip="Baihu-trained checkpoint: 0.000896">
+         <mxCell id="168" value="" style="rounded=0;whiteSpace=wrap;html=1;fillColor=#F28E2B;strokeColor=#FFFFFF;strokeWidth=1.2;" vertex="1" parent="1" tooltip="WhiteTiger-trained checkpoint: 0.000896">
          <mxGeometry x="974.85" y="191.88" width="12.00" height="12.00" as="geometry" />
        </mxCell>
        <mxCell id="169" value="&lt;b&gt;99.33%&lt;/b&gt;" style="rounded=1;arcSize=18;whiteSpace=wrap;html=1;fillColor=#FFFFFF;strokeColor=#D4DAE0;strokeWidth=1;align=center;verticalAlign=middle;fontSize=10;fontColor=#222222;fontFamily=Helvetica;" vertex="1" parent="1" tooltip="Relative MSE reduction: 99.33%">
          <mxGeometry x="1075.13" y="187.88" width="62.00" height="20.00" as="geometry" />
        </mxCell>
        <mxCell id="170" value="" style="rounded=0;whiteSpace=wrap;html=1;fillColor=#AEB7C0;strokeColor=none;" vertex="1" parent="1">
          <mxGeometry x="1015.96" y="238.31" width="217.39" height="3.00" as="geometry" />
        </mxCell>
        <mxCell id="171" value="" style="ellipse;whiteSpace=wrap;html=1;fillColor=#4E79A7;strokeColor=#FFFFFF;strokeWidth=1.2;" vertex="1" parent="1" tooltip="No-training checkpoint: 0.137993">
          <mxGeometry x="1227.34" y="233.81" width="12.00" height="12.00" as="geometry" />
        </mxCell>
-         <mxCell id="172" value="" style="rounded=0;whiteSpace=wrap;html=1;fillColor=#F28E2B;strokeColor=#FFFFFF;strokeWidth=1.2;" vertex="1" parent="1" tooltip="Baihu-trained checkpoint: 0.001805">
+         <mxCell id="172" value="" style="rounded=0;whiteSpace=wrap;html=1;fillColor=#F28E2B;strokeColor=#FFFFFF;strokeWidth=1.2;" vertex="1" parent="1" tooltip="WhiteTiger-trained checkpoint: 0.001805">
          <mxGeometry x="1009.96" y="233.81" width="12.00" height="12.00" as="geometry" />
        </mxCell>
        <mxCell id="173" value="&lt;b&gt;98.69%&lt;/b&gt;" style="rounded=1;arcSize=18;whiteSpace=wrap;html=1;fillColor=#FFFFFF;strokeColor=#D4DAE0;strokeWidth=1;align=center;verticalAlign=middle;fontSize=10;fontColor=#222222;fontFamily=Helvetica;" vertex="1" parent="1" tooltip="Relative MSE reduction: 98.69%">
          <mxGeometry x="1093.65" y="229.81" width="62.00" height="20.00" as="geometry" />
        </mxCell>
        <mxCell id="174" value="" style="rounded=0;whiteSpace=wrap;html=1;fillColor=#AEB7C0;strokeColor=none;" vertex="1" parent="1">
          <mxGeometry x="904.92" y="280.23" width="298.11" height="3.00" as="geometry" />
        </mxCell>
        <mxCell id="175" value="" style="ellipse;whiteSpace=wrap;html=1;fillColor=#4E79A7;strokeColor=#FFFFFF;strokeWidth=1.2;" vertex="1" parent="1" tooltip="No-training checkpoint: 0.075369">
          <mxGeometry x="1197.03" y="275.73" width="12.00" height="12.00" as="geometry" />
        </mxCell>
-         <mxCell id="176" value="" style="rounded=0;whiteSpace=wrap;html=1;fillColor=#F28E2B;strokeColor=#FFFFFF;strokeWidth=1.2;" vertex="1" parent="1" tooltip="Baihu-trained checkpoint: 0.000197">
+         <mxCell id="176" value="" style="rounded=0;whiteSpace=wrap;html=1;fillColor=#F28E2B;strokeColor=#FFFFFF;strokeWidth=1.2;" vertex="1" parent="1" tooltip="WhiteTiger-trained checkpoint: 0.000197">
          <mxGeometry x="898.92" y="275.73" width="12.00" height="12.00" as="geometry" />
        </mxCell>
        <mxCell id="177" value="&lt;b&gt;99.74%&lt;/b&gt;" style="rounded=1;arcSize=18;whiteSpace=wrap;html=1;fillColor=#FFFFFF;strokeColor=#D4DAE0;strokeWidth=1;align=center;verticalAlign=middle;fontSize=10;fontColor=#222222;fontFamily=Helvetica;" vertex="1" parent="1" tooltip="Relative MSE reduction: 99.74%">
          <mxGeometry x="1022.97" y="271.73" width="62.00" height="20.00" as="geometry" />
        </mxCell>
        <mxCell id="178" value="" style="rounded=0;whiteSpace=wrap;html=1;fillColor=#AEB7C0;strokeColor=none;" vertex="1" parent="1">
          <mxGeometry x="971.46" y="322.15" width="260.20" height="3.00" as="geometry" />
        </mxCell>
        <mxCell id="179" value="" style="ellipse;whiteSpace=wrap;html=1;fillColor=#4E79A7;strokeColor=#FFFFFF;strokeWidth=1.2;" vertex="1" parent="1" tooltip="No-training checkpoint: 0.133456">
          <mxGeometry x="1225.67" y="317.65" width="12.00" height="12.00" as="geometry" />
        </mxCell>
-         <mxCell id="180" value="" style="rounded=0;whiteSpace=wrap;html=1;fillColor=#F28E2B;strokeColor=#FFFFFF;strokeWidth=1.2;" vertex="1" parent="1" tooltip="Baihu-trained checkpoint: 0.000743">
+         <mxCell id="180" value="" style="rounded=0;whiteSpace=wrap;html=1;fillColor=#F28E2B;strokeColor=#FFFFFF;strokeWidth=1.2;" vertex="1" parent="1" tooltip="WhiteTiger-trained checkpoint: 0.000743">
          <mxGeometry x="965.46" y="317.65" width="12.00" height="12.00" as="geometry" />
        </mxCell>
        <mxCell id="181" value="&lt;b&gt;99.44%&lt;/b&gt;" style="rounded=1;arcSize=18;whiteSpace=wrap;html=1;fillColor=#FFFFFF;strokeColor=#D4DAE0;strokeWidth=1;align=center;verticalAlign=middle;fontSize=10;fontColor=#222222;fontFamily=Helvetica;" vertex="1" parent="1" tooltip="Relative MSE reduction: 99.44%">
          <mxGeometry x="1070.57" y="313.65" width="62.00" height="20.00" as="geometry" />
        </mxCell>
        <mxCell id="182" value="" style="rounded=0;whiteSpace=wrap;html=1;fillColor=#AEB7C0;strokeColor=none;" vertex="1" parent="1">
          <mxGeometry x="983.73" y="364.08" width="248.13" height="3.00" as="geometry" />
        </mxCell>
        <mxCell id="183" value="" style="ellipse;whiteSpace=wrap;html=1;fillColor=#4E79A7;strokeColor=#FFFFFF;strokeWidth=1.2;" vertex="1" parent="1" tooltip="No-training checkpoint: 0.133968">
          <mxGeometry x="1225.86" y="359.58" width="12.00" height="12.00" as="geometry" />
        </mxCell>
-         <mxCell id="184" value="" style="rounded=0;whiteSpace=wrap;html=1;fillColor=#F28E2B;strokeColor=#FFFFFF;strokeWidth=1.2;" vertex="1" parent="1" tooltip="Baihu-trained checkpoint: 0.000949">
+         <mxCell id="184" value="" style="rounded=0;whiteSpace=wrap;html=1;fillColor=#F28E2B;strokeColor=#FFFFFF;strokeWidth=1.2;" vertex="1" parent="1" tooltip="WhiteTiger-trained checkpoint: 0.000949">
          <mxGeometry x="977.73" y="359.58" width="12.00" height="12.00" as="geometry" />
        </mxCell>
        <mxCell id="185" value="&lt;b&gt;99.29%&lt;/b&gt;" style="rounded=1;arcSize=18;whiteSpace=wrap;html=1;fillColor=#FFFFFF;strokeColor=#D4DAE0;strokeWidth=1;align=center;verticalAlign=middle;fontSize=10;fontColor=#222222;fontFamily=Helvetica;" vertex="1" parent="1" tooltip="Relative MSE reduction: 99.29%">
          <mxGeometry x="1076.80" y="355.58" width="62.00" height="20.00" as="geometry" />
        </mxCell>
        <mxCell id="186" value="" style="rounded=0;whiteSpace=wrap;html=1;fillColor=#AEB7C0;strokeColor=none;" vertex="1" parent="1">
          <mxGeometry x="969.26" y="406.00" width="204.00" height="3.00" as="geometry" />
        </mxCell>
        <mxCell id="187" value="" style="ellipse;whiteSpace=wrap;html=1;fillColor=#4E79A7;strokeColor=#FFFFFF;strokeWidth=1.2;" vertex="1" parent="1" tooltip="No-training checkpoint: 0.041619">
          <mxGeometry x="1167.26" y="401.50" width="12.00" height="12.00" as="geometry" />
        </mxCell>
-         <mxCell id="188" value="" style="rounded=0;whiteSpace=wrap;html=1;fillColor=#F28E2B;strokeColor=#FFFFFF;strokeWidth=1.2;" vertex="1" parent="1" tooltip="Baihu-trained checkpoint: 0.000711">
+         <mxCell id="188" value="" style="rounded=0;whiteSpace=wrap;html=1;fillColor=#F28E2B;strokeColor=#FFFFFF;strokeWidth=1.2;" vertex="1" parent="1" tooltip="WhiteTiger-trained checkpoint: 0.000711">
          <mxGeometry x="963.26" y="401.50" width="12.00" height="12.00" as="geometry" />
        </mxCell>
        <mxCell id="189" value="&lt;b&gt;98.29%&lt;/b&gt;" style="rounded=1;arcSize=18;whiteSpace=wrap;html=1;fillColor=#FFFFFF;strokeColor=#D4DAE0;strokeWidth=1;align=center;verticalAlign=middle;fontSize=10;fontColor=#222222;fontFamily=Helvetica;" vertex="1" parent="1" tooltip="Relative MSE reduction: 98.29%">
          <mxGeometry x="1040.26" y="397.50" width="62.00" height="20.00" as="geometry" />
        </mxCell>
        <mxCell id="190" value="" style="rounded=0;whiteSpace=wrap;html=1;fillColor=#AEB7C0;strokeColor=none;" vertex="1" parent="1">
          <mxGeometry x="976.53" y="447.92" width="255.75" height="3.00" as="geometry" />
        </mxCell>
        <mxCell id="191" value="" style="ellipse;whiteSpace=wrap;html=1;fillColor=#4E79A7;strokeColor=#FFFFFF;strokeWidth=1.2;" vertex="1" parent="1" tooltip="No-training checkpoint: 0.135078">
          <mxGeometry x="1226.27" y="443.42" width="12.00" height="12.00" as="geometry" />
        </mxCell>
-         <mxCell id="192" value="" style="rounded=0;whiteSpace=wrap;html=1;fillColor=#F28E2B;strokeColor=#FFFFFF;strokeWidth=1.2;" vertex="1" parent="1" tooltip="Baihu-trained checkpoint: 0.000822">
+         <mxCell id="192" value="" style="rounded=0;whiteSpace=wrap;html=1;fillColor=#F28E2B;strokeColor=#FFFFFF;strokeWidth=1.2;" vertex="1" parent="1" tooltip="WhiteTiger-trained checkpoint: 0.000822">
          <mxGeometry x="970.53" y="443.42" width="12.00" height="12.00" as="geometry" />
        </mxCell>
        <mxCell id="193" value="&lt;b&gt;99.39%&lt;/b&gt;" style="rounded=1;arcSize=18;whiteSpace=wrap;html=1;fillColor=#FFFFFF;strokeColor=#D4DAE0;strokeWidth=1;align=center;verticalAlign=middle;fontSize=10;fontColor=#222222;fontFamily=Helvetica;" vertex="1" parent="1" tooltip="Relative MSE reduction: 99.39%">
          <mxGeometry x="1073.40" y="439.42" width="62.00" height="20.00" as="geometry" />
        </mxCell>
        <mxCell id="194" value="" style="rounded=0;whiteSpace=wrap;html=1;fillColor=#AEB7C0;strokeColor=none;" vertex="1" parent="1">
          <mxGeometry x="851.60" y="489.85" width="341.95" height="3.00" as="geometry" />
        </mxCell>
        <mxCell id="195" value="" style="ellipse;whiteSpace=wrap;html=1;fillColor=#4E79A7;strokeColor=#FFFFFF;strokeWidth=1.2;" vertex="1" parent="1" tooltip="No-training checkpoint: 0.062389">
          <mxGeometry x="1187.55" y="485.35" width="12.00" height="12.00" as="geometry" />
        </mxCell>
-         <mxCell id="196" value="" style="rounded=0;whiteSpace=wrap;html=1;fillColor=#F28E2B;strokeColor=#FFFFFF;strokeWidth=1.2;" vertex="1" parent="1" tooltip="Baihu-trained checkpoint: 0.000068">
+         <mxCell id="196" value="" style="rounded=0;whiteSpace=wrap;html=1;fillColor=#F28E2B;strokeColor=#FFFFFF;strokeWidth=1.2;" vertex="1" parent="1" tooltip="WhiteTiger-trained checkpoint: 0.000068">
          <mxGeometry x="845.60" y="485.35" width="12.00" height="12.00" as="geometry" />
        </mxCell>
        <mxCell id="197" value="&lt;b&gt;99.89%&lt;/b&gt;" style="rounded=1;arcSize=18;whiteSpace=wrap;html=1;fillColor=#FFFFFF;strokeColor=#D4DAE0;strokeWidth=1;align=center;verticalAlign=middle;fontSize=10;fontColor=#222222;fontFamily=Helvetica;" vertex="1" parent="1" tooltip="Relative MSE reduction: 99.89%">
          <mxGeometry x="991.58" y="481.35" width="62.00" height="20.00" as="geometry" />
        </mxCell>
        <mxCell id="198" value="" style="rounded=0;whiteSpace=wrap;html=1;fillColor=#AEB7C0;strokeColor=none;" vertex="1" parent="1">
          <mxGeometry x="990.03" y="531.77" width="243.38" height="3.00" as="geometry" />
        </mxCell>
        <mxCell id="199" value="" style="ellipse;whiteSpace=wrap;html=1;fillColor=#4E79A7;strokeColor=#FFFFFF;strokeWidth=1.2;" vertex="1" parent="1" tooltip="No-training checkpoint: 0.138172">
          <mxGeometry x="1227.41" y="527.27" width="12.00" height="12.00" as="geometry" />
        </mxCell>
-         <mxCell id="200" value="" style="rounded=0;whiteSpace=wrap;html=1;fillColor=#F28E2B;strokeColor=#FFFFFF;strokeWidth=1.2;" vertex="1" parent="1" tooltip="Baihu-trained checkpoint: 0.001076">
+         <mxCell id="200" value="" style="rounded=0;whiteSpace=wrap;html=1;fillColor=#F28E2B;strokeColor=#FFFFFF;strokeWidth=1.2;" vertex="1" parent="1" tooltip="WhiteTiger-trained checkpoint: 0.001076">
          <mxGeometry x="984.03" y="527.27" width="12.00" height="12.00" as="geometry" />
        </mxCell>
        <mxCell id="201" value="&lt;b&gt;99.22%&lt;/b&gt;" style="rounded=1;arcSize=18;whiteSpace=wrap;html=1;fillColor=#FFFFFF;strokeColor=#D4DAE0;strokeWidth=1;align=center;verticalAlign=middle;fontSize=10;fontColor=#222222;fontFamily=Helvetica;" vertex="1" parent="1" tooltip="Relative MSE reduction: 99.22%">
          <mxGeometry x="1080.72" y="523.27" width="62.00" height="20.00" as="geometry" />
        </mxCell>
        <mxCell id="202" value="" style="rounded=0;whiteSpace=wrap;html=1;fillColor=#AEB7C0;strokeColor=none;" vertex="1" parent="1">
          <mxGeometry x="961.74" y="573.69" width="169.02" height="3.00" as="geometry" />
        </mxCell>
        <mxCell id="203" value="" style="ellipse;whiteSpace=wrap;html=1;fillColor=#4E79A7;strokeColor=#FFFFFF;strokeWidth=1.2;" vertex="1" parent="1" tooltip="No-training checkpoint: 0.017828">
          <mxGeometry x="1124.76" y="569.19" width="12.00" height="12.00" as="geometry" />
        </mxCell>
-         <mxCell id="204" value="" style="rounded=0;whiteSpace=wrap;html=1;fillColor=#F28E2B;strokeColor=#FFFFFF;strokeWidth=1.2;" vertex="1" parent="1" tooltip="Baihu-trained checkpoint: 0.000612">
+         <mxCell id="204" value="" style="rounded=0;whiteSpace=wrap;html=1;fillColor=#F28E2B;strokeColor=#FFFFFF;strokeWidth=1.2;" vertex="1" parent="1" tooltip="WhiteTiger-trained checkpoint: 0.000612">
          <mxGeometry x="955.74" y="569.19" width="12.00" height="12.00" as="geometry" />
        </mxCell>
        <mxCell id="205" value="&lt;b&gt;96.57%&lt;/b&gt;" style="rounded=1;arcSize=18;whiteSpace=wrap;html=1;fillColor=#FFFFFF;strokeColor=#D4DAE0;strokeWidth=1;align=center;verticalAlign=middle;fontSize=10;fontColor=#222222;fontFamily=Helvetica;" vertex="1" parent="1" tooltip="Relative MSE reduction: 96.57%">
          <mxGeometry x="1015.25" y="565.19" width="62.00" height="20.00" as="geometry" />
        </mxCell>
        <mxCell id="206" value="" style="rounded=0;whiteSpace=wrap;html=1;fillColor=#AEB7C0;strokeColor=none;" vertex="1" parent="1">
          <mxGeometry x="907.64" y="615.62" width="338.00" height="3.00" as="geometry" />
        </mxCell>
        <mxCell id="207" value="" style="ellipse;whiteSpace=wrap;html=1;fillColor=#4E79A7;strokeColor=#FFFFFF;strokeWidth=1.2;" vertex="1" parent="1" tooltip="No-training checkpoint: 0.176382">
          <mxGeometry x="1239.65" y="611.12" width="12.00" height="12.00" as="geometry" />
        </mxCell>
-         <mxCell id="208" value="" style="rounded=0;whiteSpace=wrap;html=1;fillColor=#F28E2B;strokeColor=#FFFFFF;strokeWidth=1.2;" vertex="1" parent="1" tooltip="Baihu-trained checkpoint: 0.000208">
+         <mxCell id="208" value="" style="rounded=0;whiteSpace=wrap;html=1;fillColor=#F28E2B;strokeColor=#FFFFFF;strokeWidth=1.2;" vertex="1" parent="1" tooltip="WhiteTiger-trained checkpoint: 0.000208">
          <mxGeometry x="901.64" y="611.12" width="12.00" height="12.00" as="geometry" />
        </mxCell>
        <mxCell id="209" value="&lt;b&gt;99.88%&lt;/b&gt;" style="rounded=1;arcSize=18;whiteSpace=wrap;html=1;fillColor=#FFFFFF;strokeColor=#D4DAE0;strokeWidth=1;align=center;verticalAlign=middle;fontSize=10;fontColor=#222222;fontFamily=Helvetica;" vertex="1" parent="1" tooltip="Relative MSE reduction: 99.88%">
          <mxGeometry x="1045.65" y="607.12" width="62.00" height="20.00" as="geometry" />
        </mxCell>
        <mxCell id="210" value="" style="rounded=0;whiteSpace=wrap;html=1;fillColor=#AEB7C0;strokeColor=none;" vertex="1" parent="1">
          <mxGeometry x="922.90" y="657.54" width="309.41" height="3.00" as="geometry" />
        </mxCell>
        <mxCell id="211" value="" style="ellipse;whiteSpace=wrap;html=1;fillColor=#4E79A7;strokeColor=#FFFFFF;strokeWidth=1.2;" vertex="1" parent="1" tooltip="No-training checkpoint: 0.135167">
          <mxGeometry x="1226.31" y="653.04" width="12.00" height="12.00" as="geometry" />
        </mxCell>
-         <mxCell id="212" value="" style="rounded=0;whiteSpace=wrap;html=1;fillColor=#F28E2B;strokeColor=#FFFFFF;strokeWidth=1.2;" vertex="1" parent="1" tooltip="Baihu-trained checkpoint: 0.000282">
+         <mxCell id="212" value="" style="rounded=0;whiteSpace=wrap;html=1;fillColor=#F28E2B;strokeColor=#FFFFFF;strokeWidth=1.2;" vertex="1" parent="1" tooltip="WhiteTiger-trained checkpoint: 0.000282">
          <mxGeometry x="916.90" y="653.04" width="12.00" height="12.00" as="geometry" />
        </mxCell>
        <mxCell id="213" value="&lt;b&gt;99.79%&lt;/b&gt;" style="rounded=1;arcSize=18;whiteSpace=wrap;html=1;fillColor=#FFFFFF;strokeColor=#D4DAE0;strokeWidth=1;align=center;verticalAlign=middle;fontSize=10;fontColor=#222222;fontFamily=Helvetica;" vertex="1" parent="1" tooltip="Relative MSE reduction: 99.79%">
          <mxGeometry x="1046.60" y="649.04" width="62.00" height="20.00" as="geometry" />
        </mxCell>
        <mxCell id="214" value="Normalized MSE (log scale; lower is better)" style="text;html=1;whiteSpace=wrap;overflow=hidden;align=center;verticalAlign=middle;fontSize=12;fontColor=#222222;fontFamily=Helvetica;fontStyle=0;strokeColor=none;fillColor=none;spacingLeft=0;spacingRight=0;" vertex="1" parent="1">
          <mxGeometry x="825.00" y="712.00" width="455.00" height="28.00" as="geometry" />
        </mxCell>
        <mxCell id="215" value="Values are unweighted means over paired task-dataset records; percentages report relative MSE reduction." style="text;html=1;whiteSpace=wrap;overflow=hidden;align=center;verticalAlign=middle;fontSize=11;fontColor=#666666;fontFamily=Helvetica;fontStyle=0;strokeColor=none;fillColor=none;spacingLeft=0;spacingRight=0;" vertex="1" parent="1">
          <mxGeometry x="300.00" y="758.00" width="800.00" height="24.00" as="geometry" />
        </mxCell>
      </root>
    </mxGraphModel>
  </diagram>
</mxfile>